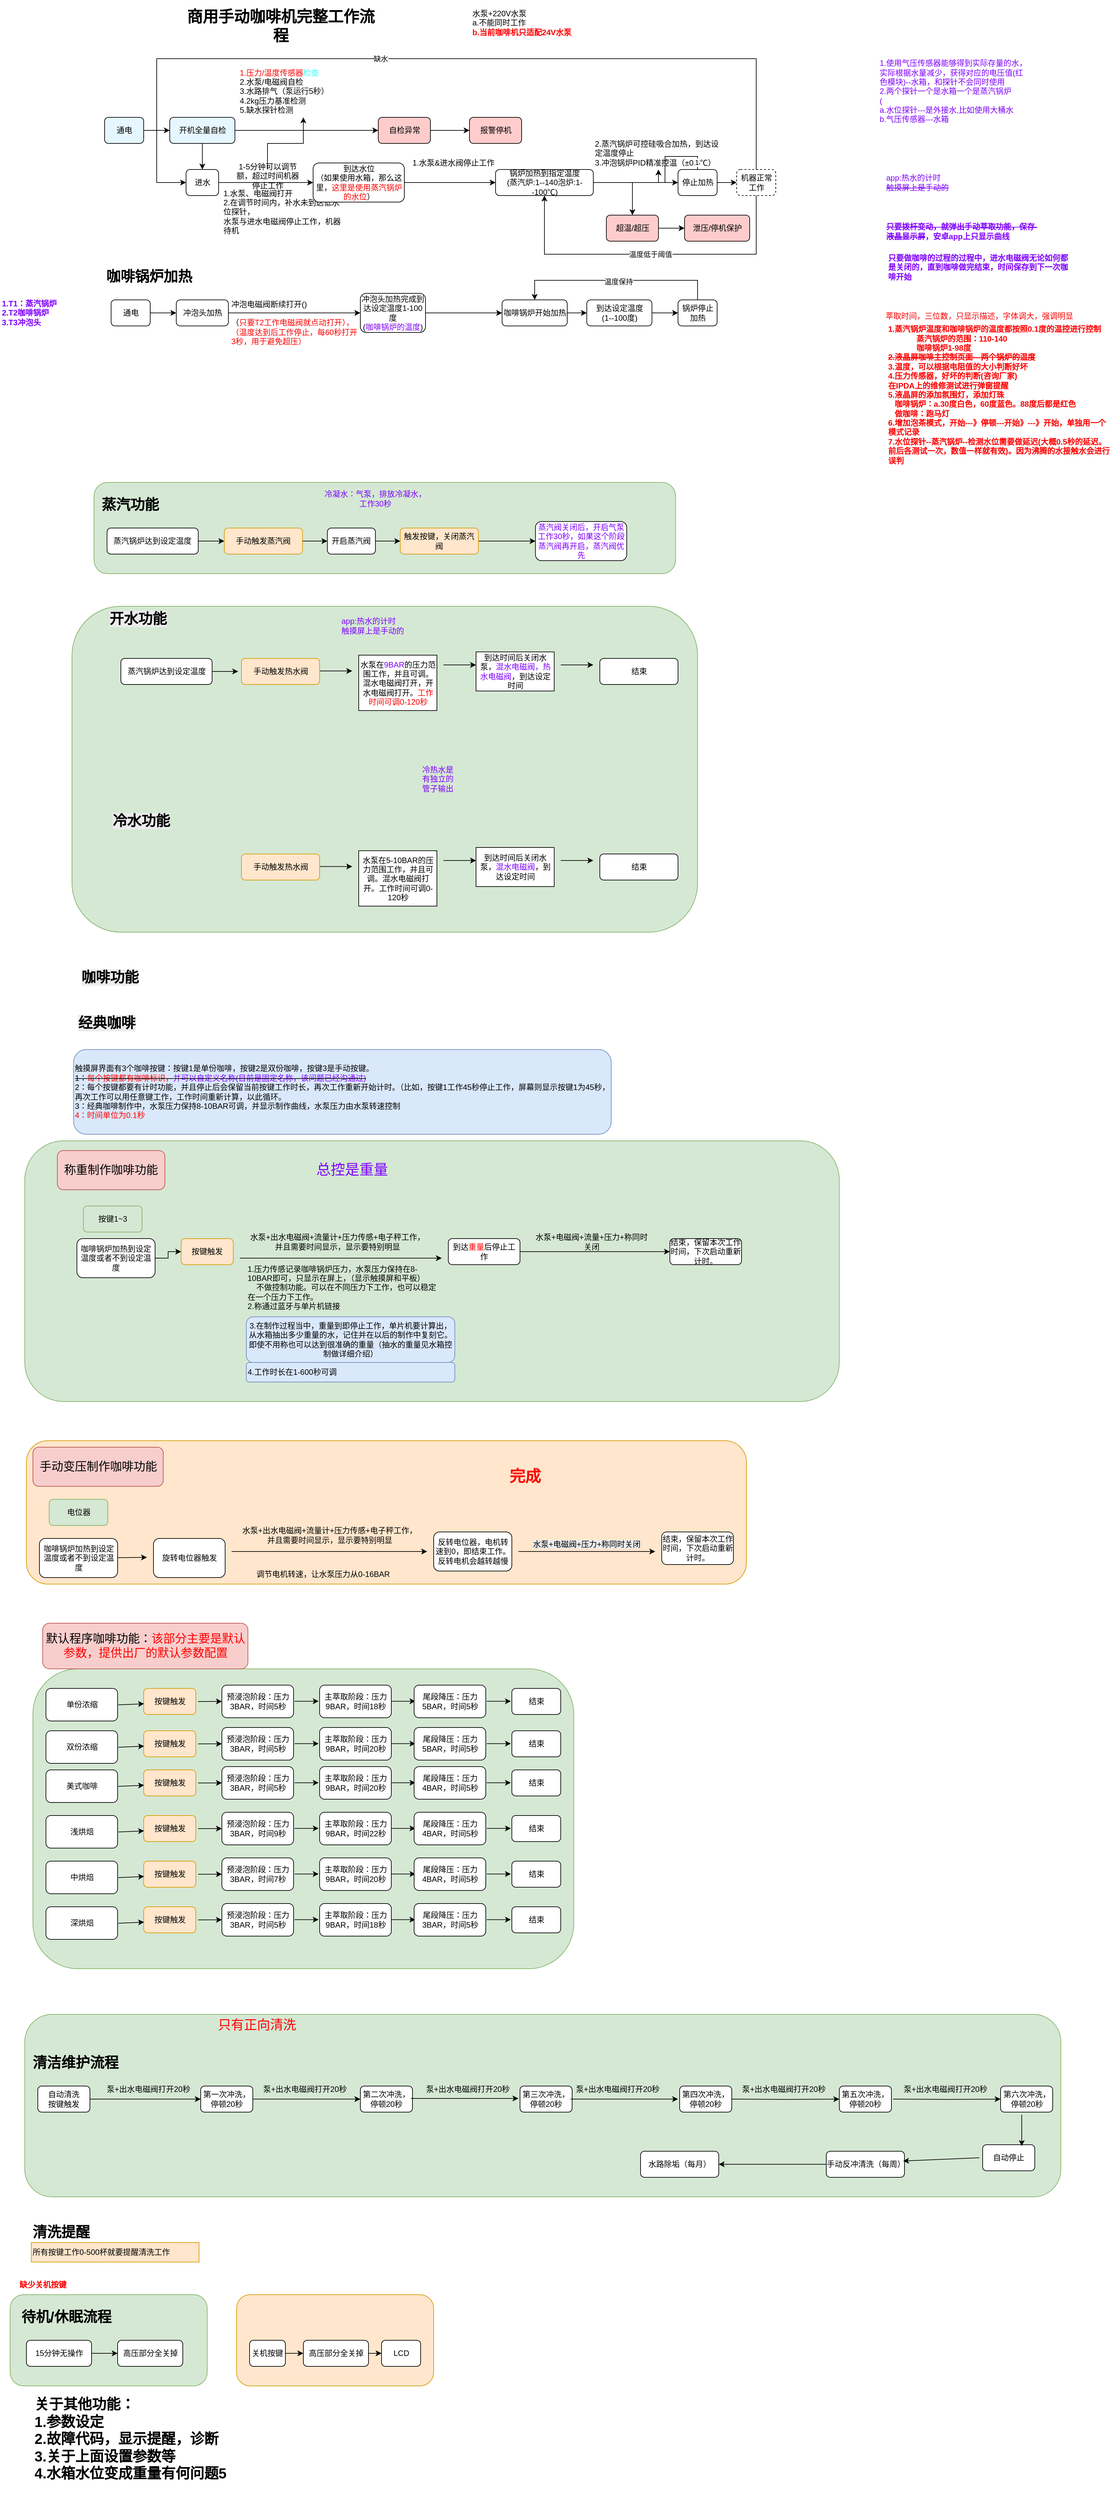
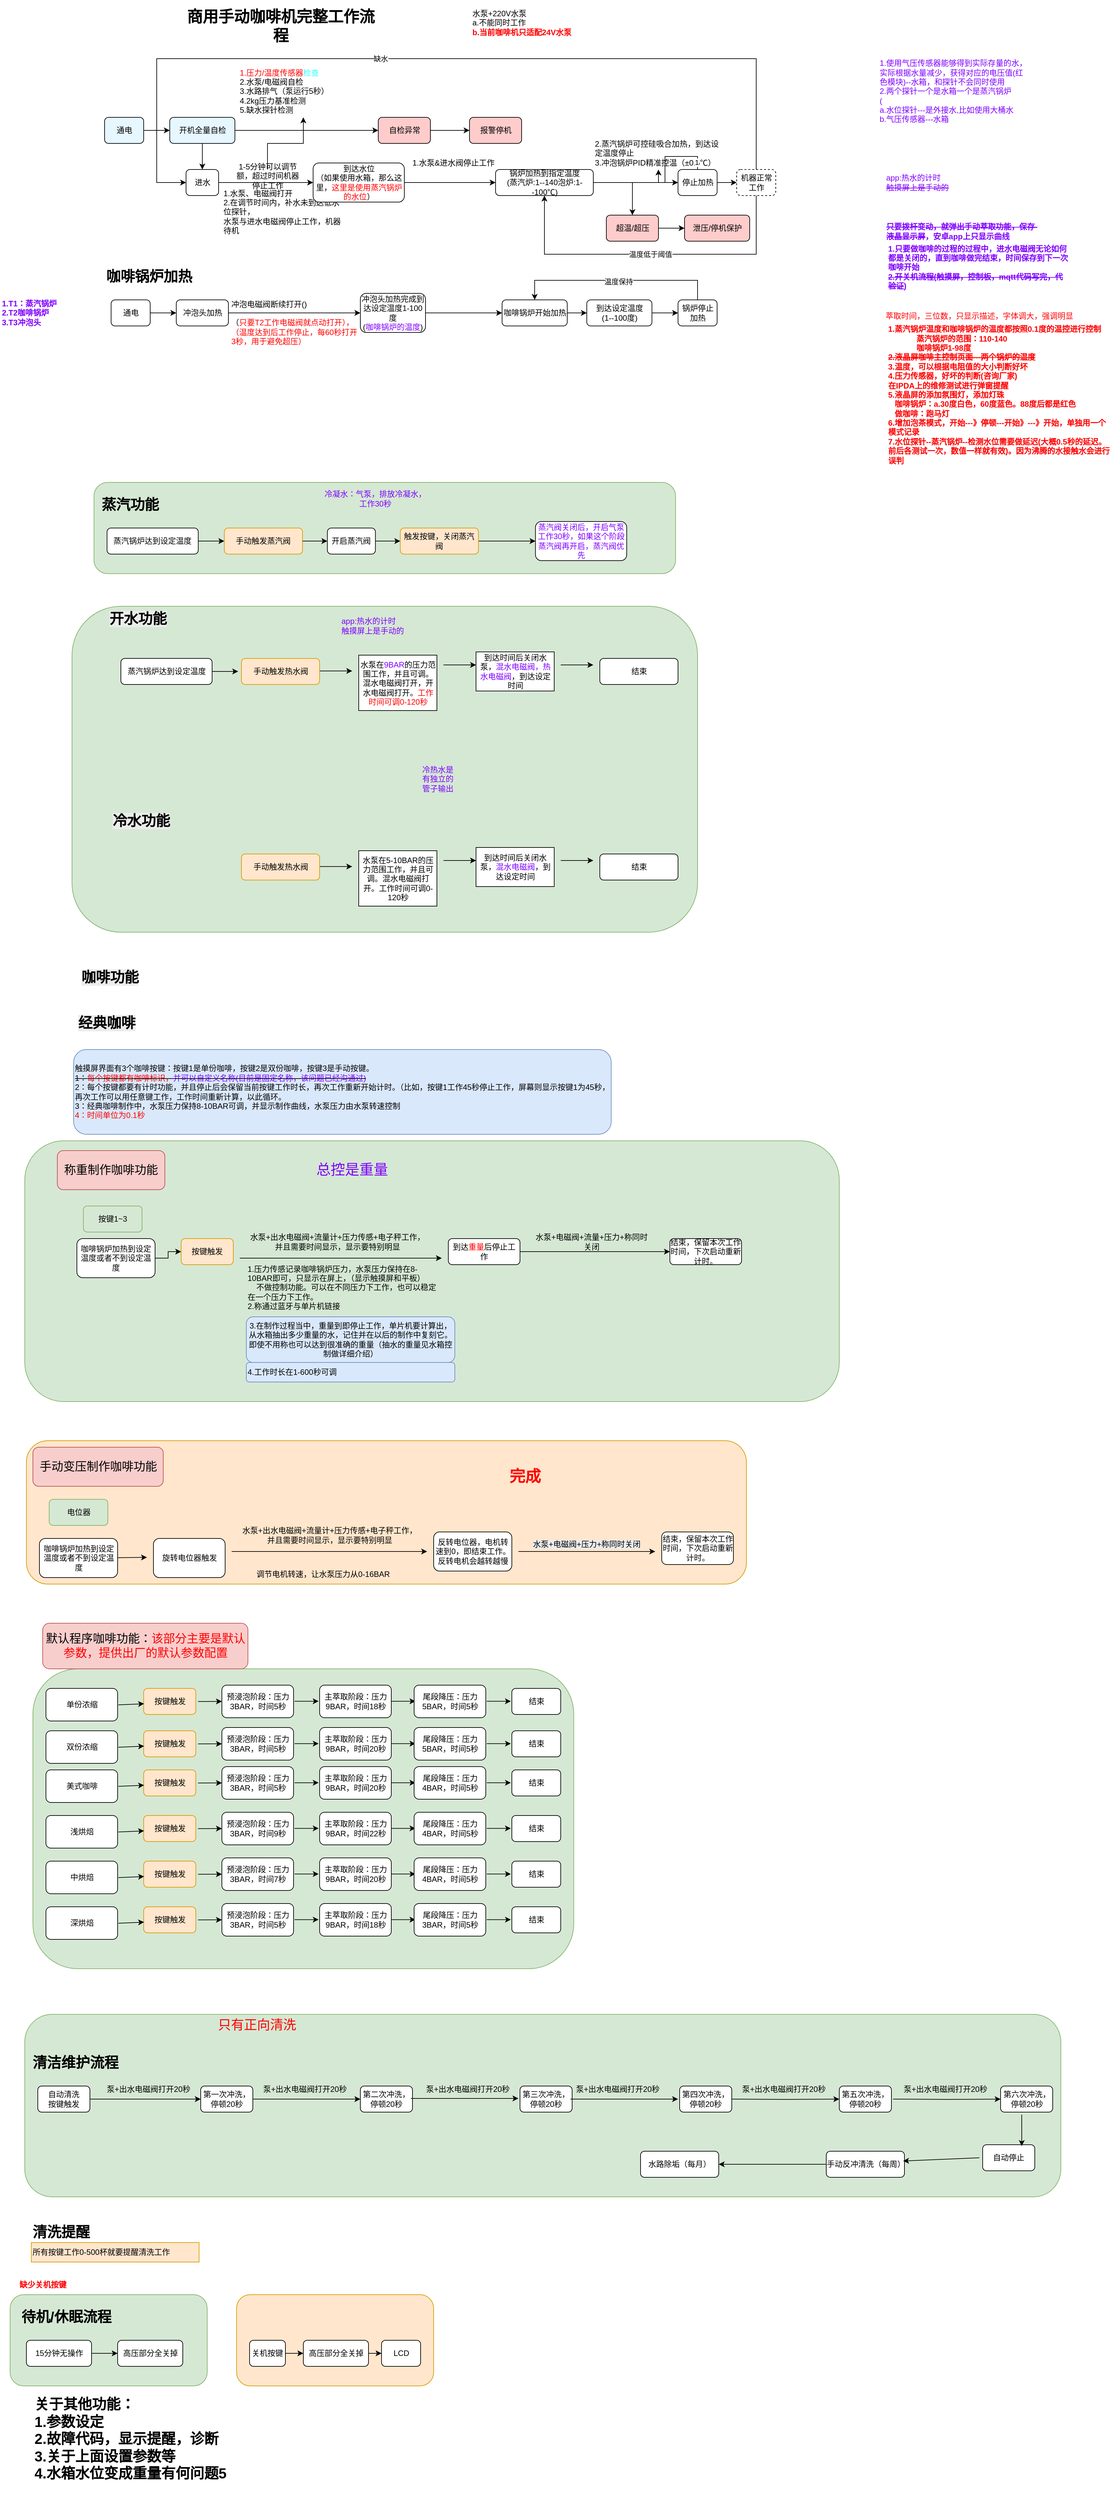
<mxfile host="app.diagrams.net" agent="Mozilla/5.0 (X11; Linux x86_64) AppleWebKit/537.36 (KHTML, like Gecko) Chrome/140.0.0.0 Safari/537.36" version="29.6.4">
  <diagram name="第 1 页" id="PMNbjTTgIml5Qdtd_ilu">
-     <mxGraphModel dx="4792" dy="3439" grid="1" gridSize="10" guides="1" tooltips="1" connect="1" arrows="1" fold="1" page="1" pageScale="1" pageWidth="4000" pageHeight="3000" math="0" shadow="0">
+     <mxGraphModel dx="4864" dy="3479" grid="1" gridSize="10" guides="1" tooltips="1" connect="1" arrows="1" fold="1" page="1" pageScale="1" pageWidth="4000" pageHeight="3000" math="0" shadow="0">
      <root>
        <mxCell id="0" />
        <mxCell id="1" parent="0" />
        <mxCell id="I0rIjMPQqkQqQYyNlasD-1" parent="1" style="rounded=1;whiteSpace=wrap;html=1;fillColor=#d5e8d4;strokeColor=#82b366;" value="" vertex="1">
          <mxGeometry height="140" width="302.5" x="-3762.5" y="1520" as="geometry" />
        </mxCell>
        <mxCell id="IilmvoyfG79s7OAyW8Hz-3" parent="1" style="rounded=1;whiteSpace=wrap;html=1;fillColor=#d5e8d4;strokeColor=#82b366;" value="" vertex="1">
          <mxGeometry height="400" width="1250" x="-3740" y="-250" as="geometry" />
        </mxCell>
        <mxCell id="IilmvoyfG79s7OAyW8Hz-1" parent="1" style="rounded=1;whiteSpace=wrap;html=1;fillColor=#ffe6cc;strokeColor=#d79b00;" value="" vertex="1">
          <mxGeometry height="220" width="1105" x="-3737.5" y="210" as="geometry" />
        </mxCell>
        <mxCell id="OjalCZGyZe0Cus6Rz-vr-6" parent="1" style="rounded=1;whiteSpace=wrap;html=1;fillColor=#d5e8d4;strokeColor=#82b366;" value="" vertex="1">
          <mxGeometry height="460" width="830" x="-3727.5" y="560" as="geometry" />
        </mxCell>
        <mxCell id="OjalCZGyZe0Cus6Rz-vr-4" parent="1" style="rounded=1;whiteSpace=wrap;html=1;fillColor=#d5e8d4;strokeColor=#82b366;" value="" vertex="1">
          <mxGeometry height="140" width="892.5" x="-3633.75" y="-1260" as="geometry" />
        </mxCell>
        <mxCell id="OjalCZGyZe0Cus6Rz-vr-2" parent="1" style="rounded=1;whiteSpace=wrap;html=1;fillColor=#d5e8d4;strokeColor=#82b366;" value="" vertex="1">
          <mxGeometry height="500" width="960" x="-3667.5" y="-1070" as="geometry" />
        </mxCell>
        <mxCell id="OjalCZGyZe0Cus6Rz-vr-1" parent="1" style="rounded=1;whiteSpace=wrap;html=1;fillColor=#d5e8d4;strokeColor=#82b366;" value="" vertex="1">
          <mxGeometry height="280" width="1590" x="-3740" y="1090" as="geometry" />
        </mxCell>
        <mxCell id="_P9jYmqXWWuWMUU2pL9c-90" parent="1" style="text;html=1;whiteSpace=wrap;strokeColor=none;fillColor=none;align=center;verticalAlign=middle;rounded=0;fontSize=24;fontStyle=1" value="商用手动咖啡机完整工作流程" vertex="1">
          <mxGeometry height="40" width="300" x="-3497.5" y="-1980" as="geometry" />
        </mxCell>
        <mxCell id="_P9jYmqXWWuWMUU2pL9c-91" parent="1" style="rounded=1;whiteSpace=wrap;html=1;fillColor=#e6f7ff;" value="通电" vertex="1">
          <mxGeometry height="40" width="60" x="-3617.5" y="-1820" as="geometry" />
        </mxCell>
        <mxCell id="_P9jYmqXWWuWMUU2pL9c-92" edge="1" parent="1" source="_P9jYmqXWWuWMUU2pL9c-91" style="edgeStyle=orthogonalEdgeStyle;rounded=0;orthogonalLoop=1;jettySize=auto;html=1;" target="_P9jYmqXWWuWMUU2pL9c-93" value="">
          <mxGeometry relative="1" as="geometry" />
        </mxCell>
        <mxCell id="_P9jYmqXWWuWMUU2pL9c-93" parent="1" style="rounded=1;whiteSpace=wrap;html=1;fillColor=#e6f7ff;" value="开机全量自检" vertex="1">
          <mxGeometry height="40" width="100" x="-3517.5" y="-1820" as="geometry" />
        </mxCell>
        <mxCell id="_P9jYmqXWWuWMUU2pL9c-94" parent="1" style="text;html=1;whiteSpace=wrap;strokeColor=none;fillColor=none;align=left;verticalAlign=middle;rounded=0;" value="&lt;font style=&quot;color: rgb(255, 0, 0);&quot;&gt;1.压力/温度传感器&lt;/font&gt;&lt;font style=&quot;color: rgb(51, 255, 255);&quot;&gt;检查&lt;/font&gt;&lt;br&gt;2.水泵/电磁阀自检&lt;br&gt;3.水路排气（泵运行5秒）&lt;br&gt;4.2kg压力基准检测&lt;br&gt;5.缺水探针检测" vertex="1">
          <mxGeometry height="80" width="200" x="-3412.5" y="-1900" as="geometry" />
        </mxCell>
        <mxCell id="_P9jYmqXWWuWMUU2pL9c-95" edge="1" parent="1" source="_P9jYmqXWWuWMUU2pL9c-93" style="edgeStyle=orthogonalEdgeStyle;rounded=0;orthogonalLoop=1;jettySize=auto;html=1;" target="_P9jYmqXWWuWMUU2pL9c-96" value="">
          <mxGeometry relative="1" as="geometry" />
        </mxCell>
        <mxCell id="_P9jYmqXWWuWMUU2pL9c-96" parent="1" style="rounded=1;whiteSpace=wrap;html=1;fillColor=#ffcccc;" value="自检异常" vertex="1">
          <mxGeometry height="40" width="80" x="-3197.5" y="-1820" as="geometry" />
        </mxCell>
        <mxCell id="_P9jYmqXWWuWMUU2pL9c-97" edge="1" parent="1" source="_P9jYmqXWWuWMUU2pL9c-96" style="edgeStyle=orthogonalEdgeStyle;rounded=0;orthogonalLoop=1;jettySize=auto;html=1;" target="_P9jYmqXWWuWMUU2pL9c-98" value="">
          <mxGeometry relative="1" as="geometry" />
        </mxCell>
        <mxCell id="_P9jYmqXWWuWMUU2pL9c-98" parent="1" style="rounded=1;whiteSpace=wrap;html=1;fillColor=#ffcccc;" value="报警停机" vertex="1">
          <mxGeometry height="40" width="80" x="-3057.5" y="-1820" as="geometry" />
        </mxCell>
        <mxCell id="_P9jYmqXWWuWMUU2pL9c-99" edge="1" parent="1" source="_P9jYmqXWWuWMUU2pL9c-93" style="edgeStyle=orthogonalEdgeStyle;rounded=0;orthogonalLoop=1;jettySize=auto;html=1;" target="_P9jYmqXWWuWMUU2pL9c-2" value="">
          <mxGeometry relative="1" as="geometry" />
        </mxCell>
        <mxCell id="_P9jYmqXWWuWMUU2pL9c-2" parent="1" style="rounded=1;whiteSpace=wrap;html=1;" value="进水" vertex="1">
          <mxGeometry height="40" width="50" x="-3492.5" y="-1740" as="geometry" />
        </mxCell>
        <mxCell id="ROr1tPp7Zhurker6Y36_-3" edge="1" parent="1" source="_P9jYmqXWWuWMUU2pL9c-6" style="edgeStyle=orthogonalEdgeStyle;rounded=0;orthogonalLoop=1;jettySize=auto;html=1;" target="_P9jYmqXWWuWMUU2pL9c-94" value="">
          <mxGeometry relative="1" as="geometry" />
        </mxCell>
        <mxCell id="_P9jYmqXWWuWMUU2pL9c-6" parent="1" style="text;html=1;whiteSpace=wrap;strokeColor=none;fillColor=none;align=center;verticalAlign=middle;rounded=0;" value="1-5分钟可以调节额，超过时间机器停止工作" vertex="1">
          <mxGeometry height="20" width="100" x="-3417.5" y="-1740" as="geometry" />
        </mxCell>
        <mxCell id="_P9jYmqXWWuWMUU2pL9c-7" parent="1" style="text;html=1;whiteSpace=wrap;strokeColor=none;fillColor=none;align=left;verticalAlign=middle;rounded=0;" value="1.水泵、电磁阀打开&lt;br&gt;&lt;div&gt;2.在调节时间内，补水未到达低水位探针，&lt;/div&gt;&lt;div&gt;水泵与进水电磁阀停止工作，机器待机&lt;/div&gt;" vertex="1">
          <mxGeometry height="50" width="190" x="-3437.5" y="-1700" as="geometry" />
        </mxCell>
        <mxCell id="_P9jYmqXWWuWMUU2pL9c-5" edge="1" parent="1" source="_P9jYmqXWWuWMUU2pL9c-2" style="edgeStyle=orthogonalEdgeStyle;rounded=0;orthogonalLoop=1;jettySize=auto;html=1;" target="_P9jYmqXWWuWMUU2pL9c-4" value="">
          <mxGeometry relative="1" as="geometry" />
        </mxCell>
        <mxCell id="_P9jYmqXWWuWMUU2pL9c-4" parent="1" style="rounded=1;whiteSpace=wrap;html=1;" value="到达水位&lt;br&gt;（如果使用水箱，那么这里，&lt;font style=&quot;color: rgb(255, 0, 0);&quot;&gt;这里是使用蒸汽锅炉的水位&lt;/font&gt;）" vertex="1">
          <mxGeometry height="60" width="140" x="-3297.5" y="-1750" as="geometry" />
        </mxCell>
        <mxCell id="_P9jYmqXWWuWMUU2pL9c-10" parent="1" style="text;html=1;whiteSpace=wrap;strokeColor=none;fillColor=none;align=center;verticalAlign=middle;rounded=0;" value="1.水泵&amp;amp;进水阀停止工作" vertex="1">
          <mxGeometry height="20" width="130" x="-3147.5" y="-1760" as="geometry" />
        </mxCell>
        <mxCell id="_P9jYmqXWWuWMUU2pL9c-9" edge="1" parent="1" source="_P9jYmqXWWuWMUU2pL9c-4" style="edgeStyle=orthogonalEdgeStyle;rounded=0;orthogonalLoop=1;jettySize=auto;html=1;" target="_P9jYmqXWWuWMUU2pL9c-8" value="">
          <mxGeometry relative="1" as="geometry" />
        </mxCell>
        <mxCell id="_P9jYmqXWWuWMUU2pL9c-8" parent="1" style="rounded=1;whiteSpace=wrap;html=1;" value="锅炉加热到指定温度&lt;br&gt;(蒸汽炉:1--140泡炉:1--100℃)" vertex="1">
          <mxGeometry height="40" width="150" x="-3017.5" y="-1740" as="geometry" />
        </mxCell>
        <mxCell id="_P9jYmqXWWuWMUU2pL9c-11" parent="1" style="text;html=1;whiteSpace=wrap;strokeColor=none;fillColor=none;align=left;verticalAlign=middle;rounded=0;" value="2.蒸汽锅炉可控硅吸合加热，到达设定温度停止&lt;br&gt;3.冲泡锅炉PID精准控温（±0.5℃）" vertex="1">
          <mxGeometry height="50" width="200" x="-2867.5" y="-1790" as="geometry" />
        </mxCell>
        <mxCell id="_P9jYmqXWWuWMUU2pL9c-13" edge="1" parent="1" source="_P9jYmqXWWuWMUU2pL9c-8" style="edgeStyle=orthogonalEdgeStyle;rounded=0;orthogonalLoop=1;jettySize=auto;html=1;" target="_P9jYmqXWWuWMUU2pL9c-12" value="">
          <mxGeometry relative="1" as="geometry" />
        </mxCell>
        <mxCell id="ROr1tPp7Zhurker6Y36_-1" edge="1" parent="1" source="_P9jYmqXWWuWMUU2pL9c-12" style="edgeStyle=orthogonalEdgeStyle;rounded=0;orthogonalLoop=1;jettySize=auto;html=1;" target="_P9jYmqXWWuWMUU2pL9c-11" value="">
          <mxGeometry relative="1" as="geometry" />
        </mxCell>
        <mxCell id="ROr1tPp7Zhurker6Y36_-2" connectable="0" parent="ROr1tPp7Zhurker6Y36_-1" style="edgeLabel;html=1;align=center;verticalAlign=middle;resizable=0;points=[];" value="1" vertex="1">
          <mxGeometry relative="1" x="-0.8429" y="2" as="geometry">
            <mxPoint as="offset" />
          </mxGeometry>
        </mxCell>
        <mxCell id="_P9jYmqXWWuWMUU2pL9c-12" parent="1" style="rounded=1;whiteSpace=wrap;html=1;" value="停止加热" vertex="1">
          <mxGeometry height="40" width="60" x="-2737.5" y="-1740" as="geometry" />
        </mxCell>
        <mxCell id="_P9jYmqXWWuWMUU2pL9c-17" edge="1" parent="1" source="_P9jYmqXWWuWMUU2pL9c-12" style="edgeStyle=orthogonalEdgeStyle;rounded=0;orthogonalLoop=1;jettySize=auto;html=1;" target="_P9jYmqXWWuWMUU2pL9c-16" value="">
          <mxGeometry relative="1" as="geometry" />
        </mxCell>
        <mxCell id="_P9jYmqXWWuWMUU2pL9c-15" edge="1" parent="1" source="_P9jYmqXWWuWMUU2pL9c-16" style="edgeStyle=orthogonalEdgeStyle;rounded=0;orthogonalLoop=1;jettySize=auto;html=1;exitX=0.5;exitY=0;exitDx=0;exitDy=0;entryX=0;entryY=0.5;entryDx=0;entryDy=0;" target="_P9jYmqXWWuWMUU2pL9c-2">
          <mxGeometry relative="1" as="geometry">
            <Array as="points">
              <mxPoint x="-2617.5" y="-1910" />
              <mxPoint x="-3537.5" y="-1910" />
              <mxPoint x="-3537.5" y="-1720" />
            </Array>
          </mxGeometry>
        </mxCell>
        <mxCell id="_P9jYmqXWWuWMUU2pL9c-19" connectable="0" parent="_P9jYmqXWWuWMUU2pL9c-15" style="edgeLabel;html=1;align=center;verticalAlign=middle;resizable=0;points=[];" value="缺水" vertex="1">
          <mxGeometry relative="1" x="0.133" y="3" as="geometry">
            <mxPoint x="4" y="-3" as="offset" />
          </mxGeometry>
        </mxCell>
        <mxCell id="_P9jYmqXWWuWMUU2pL9c-16" parent="1" style="rounded=1;whiteSpace=wrap;html=1;dashed=1;" value="机器正常工作" vertex="1">
          <mxGeometry height="40" width="60" x="-2647.5" y="-1740" as="geometry" />
        </mxCell>
        <mxCell id="_P9jYmqXWWuWMUU2pL9c-20" edge="1" parent="1" source="_P9jYmqXWWuWMUU2pL9c-16" style="edgeStyle=orthogonalEdgeStyle;rounded=0;orthogonalLoop=1;jettySize=auto;html=1;exitX=0.5;exitY=1;exitDx=0;exitDy=0;entryX=0.5;entryY=1;entryDx=0;entryDy=0;" target="_P9jYmqXWWuWMUU2pL9c-8">
          <mxGeometry relative="1" as="geometry">
            <Array as="points">
              <mxPoint x="-2617.5" y="-1610" />
              <mxPoint x="-2942.5" y="-1610" />
            </Array>
          </mxGeometry>
        </mxCell>
        <mxCell id="_P9jYmqXWWuWMUU2pL9c-21" connectable="0" parent="_P9jYmqXWWuWMUU2pL9c-20" style="edgeLabel;html=1;align=center;verticalAlign=middle;resizable=0;points=[];" value="温度低于阈值" vertex="1">
          <mxGeometry relative="1" x="0.0776" y="2" as="geometry">
            <mxPoint x="19" y="-2" as="offset" />
          </mxGeometry>
        </mxCell>
        <mxCell id="_P9jYmqXWWuWMUU2pL9c-100" edge="1" parent="1" source="_P9jYmqXWWuWMUU2pL9c-8" style="edgeStyle=orthogonalEdgeStyle;rounded=0;orthogonalLoop=1;jettySize=auto;html=1;" target="_P9jYmqXWWuWMUU2pL9c-101" value="">
          <mxGeometry relative="1" as="geometry" />
        </mxCell>
        <mxCell id="_P9jYmqXWWuWMUU2pL9c-101" parent="1" style="rounded=1;whiteSpace=wrap;html=1;fillColor=#ffcccc;" value="超温/超压" vertex="1">
          <mxGeometry height="40" width="80" x="-2847.5" y="-1670" as="geometry" />
        </mxCell>
        <mxCell id="_P9jYmqXWWuWMUU2pL9c-102" edge="1" parent="1" source="_P9jYmqXWWuWMUU2pL9c-101" style="edgeStyle=orthogonalEdgeStyle;rounded=0;orthogonalLoop=1;jettySize=auto;html=1;" target="_P9jYmqXWWuWMUU2pL9c-103" value="">
          <mxGeometry relative="1" as="geometry" />
        </mxCell>
        <mxCell id="_P9jYmqXWWuWMUU2pL9c-103" parent="1" style="rounded=1;whiteSpace=wrap;html=1;fillColor=#ffcccc;" value="泄压/停机保护" vertex="1">
          <mxGeometry height="40" width="100" x="-2727.5" y="-1670" as="geometry" />
        </mxCell>
        <mxCell id="_P9jYmqXWWuWMUU2pL9c-23" parent="1" style="text;html=1;whiteSpace=wrap;strokeColor=none;fillColor=none;align=left;verticalAlign=middle;rounded=0;fontSize=22;fontStyle=1" value="咖啡锅炉加热" vertex="1">
          <mxGeometry height="30" width="160" x="-3617.5" y="-1590" as="geometry" />
        </mxCell>
        <mxCell id="_P9jYmqXWWuWMUU2pL9c-24" parent="1" style="rounded=1;whiteSpace=wrap;html=1;" value="通电" vertex="1">
          <mxGeometry height="40" width="60" x="-3607.5" y="-1540" as="geometry" />
        </mxCell>
        <mxCell id="_P9jYmqXWWuWMUU2pL9c-26" edge="1" parent="1" source="_P9jYmqXWWuWMUU2pL9c-24" style="edgeStyle=orthogonalEdgeStyle;rounded=0;orthogonalLoop=1;jettySize=auto;html=1;" target="_P9jYmqXWWuWMUU2pL9c-25" value="">
          <mxGeometry relative="1" as="geometry" />
        </mxCell>
        <mxCell id="_P9jYmqXWWuWMUU2pL9c-25" parent="1" style="rounded=1;whiteSpace=wrap;html=1;" value="冲泡头加热" vertex="1">
          <mxGeometry height="40" width="80" x="-3507.5" y="-1540" as="geometry" />
        </mxCell>
        <mxCell id="_P9jYmqXWWuWMUU2pL9c-29" parent="1" style="text;html=1;whiteSpace=wrap;strokeColor=none;fillColor=none;align=left;verticalAlign=middle;rounded=0;" value="冲泡电磁阀断续打开()&lt;br&gt;&lt;br&gt;（&lt;font style=&quot;color: rgb(255, 0, 0);&quot;&gt;只要T2工作电磁阀就点动打开），&lt;br&gt;（温度达到后工作停止，每60秒打开3秒，用于避免超压）&lt;/font&gt;" vertex="1">
          <mxGeometry height="70" width="200" x="-3425" y="-1540" as="geometry" />
        </mxCell>
        <mxCell id="_P9jYmqXWWuWMUU2pL9c-28" edge="1" parent="1" source="_P9jYmqXWWuWMUU2pL9c-25" style="edgeStyle=orthogonalEdgeStyle;rounded=0;orthogonalLoop=1;jettySize=auto;html=1;" target="_P9jYmqXWWuWMUU2pL9c-27" value="">
          <mxGeometry relative="1" as="geometry" />
        </mxCell>
        <mxCell id="_P9jYmqXWWuWMUU2pL9c-27" parent="1" style="rounded=1;whiteSpace=wrap;html=1;" value="冲泡头加热完成到达设定温度1-100度&lt;div&gt;(&lt;font style=&quot;color: rgb(127, 0, 255);&quot;&gt;咖啡锅炉的温度&lt;/font&gt;)&lt;/div&gt;" vertex="1">
          <mxGeometry height="60" width="100" x="-3225" y="-1550" as="geometry" />
        </mxCell>
        <mxCell id="_P9jYmqXWWuWMUU2pL9c-31" edge="1" parent="1" source="_P9jYmqXWWuWMUU2pL9c-27" style="edgeStyle=orthogonalEdgeStyle;rounded=0;orthogonalLoop=1;jettySize=auto;html=1;" target="_P9jYmqXWWuWMUU2pL9c-30" value="">
          <mxGeometry relative="1" as="geometry" />
        </mxCell>
        <mxCell id="_P9jYmqXWWuWMUU2pL9c-30" parent="1" style="rounded=1;whiteSpace=wrap;html=1;" value="咖啡锅炉开始加热" vertex="1">
          <mxGeometry height="40" width="100" x="-3007.5" y="-1540" as="geometry" />
        </mxCell>
        <mxCell id="_P9jYmqXWWuWMUU2pL9c-34" edge="1" parent="1" source="_P9jYmqXWWuWMUU2pL9c-30" style="edgeStyle=orthogonalEdgeStyle;rounded=0;orthogonalLoop=1;jettySize=auto;html=1;" target="_P9jYmqXWWuWMUU2pL9c-33" value="">
          <mxGeometry relative="1" as="geometry" />
        </mxCell>
        <mxCell id="_P9jYmqXWWuWMUU2pL9c-33" parent="1" style="rounded=1;whiteSpace=wrap;html=1;" value="到达设定温度&lt;br&gt;(1--100度)" vertex="1">
          <mxGeometry height="40" width="100" x="-2877.5" y="-1540" as="geometry" />
        </mxCell>
        <mxCell id="_P9jYmqXWWuWMUU2pL9c-36" edge="1" parent="1" source="_P9jYmqXWWuWMUU2pL9c-33" style="edgeStyle=orthogonalEdgeStyle;rounded=0;orthogonalLoop=1;jettySize=auto;html=1;" target="_P9jYmqXWWuWMUU2pL9c-35" value="">
          <mxGeometry relative="1" as="geometry" />
        </mxCell>
        <mxCell id="_P9jYmqXWWuWMUU2pL9c-35" parent="1" style="rounded=1;whiteSpace=wrap;html=1;" value="锅炉停止加热" vertex="1">
          <mxGeometry height="40" width="60" x="-2737.5" y="-1540" as="geometry" />
        </mxCell>
        <mxCell id="_P9jYmqXWWuWMUU2pL9c-37" edge="1" parent="1" source="_P9jYmqXWWuWMUU2pL9c-35" style="edgeStyle=orthogonalEdgeStyle;rounded=0;orthogonalLoop=1;jettySize=auto;html=1;exitX=0.5;exitY=0;exitDx=0;exitDy=0;entryX=0.5;entryY=0;entryDx=0;entryDy=0;" target="_P9jYmqXWWuWMUU2pL9c-30">
          <mxGeometry relative="1" as="geometry">
            <Array as="points">
              <mxPoint x="-2707.5" y="-1570" />
              <mxPoint x="-2957.5" y="-1570" />
            </Array>
          </mxGeometry>
        </mxCell>
        <mxCell id="_P9jYmqXWWuWMUU2pL9c-38" connectable="0" parent="_P9jYmqXWWuWMUU2pL9c-37" style="edgeLabel;html=1;align=center;verticalAlign=middle;resizable=0;points=[];" value="温度保持" vertex="1">
          <mxGeometry relative="1" x="-0.0238" y="2" as="geometry">
            <mxPoint as="offset" />
          </mxGeometry>
        </mxCell>
        <mxCell id="_P9jYmqXWWuWMUU2pL9c-110" parent="1" style="text;html=1;whiteSpace=wrap;strokeColor=none;fillColor=none;align=left;verticalAlign=middle;rounded=0;fontSize=22;fontStyle=1" value="蒸汽功能" vertex="1">
          <mxGeometry height="30" width="160" x="-3623.75" y="-1240" as="geometry" />
        </mxCell>
        <mxCell id="_P9jYmqXWWuWMUU2pL9c-111" parent="1" style="rounded=1;whiteSpace=wrap;html=1;" value="蒸汽锅炉达到设定温度" vertex="1">
          <mxGeometry height="40" width="140" x="-3613.75" y="-1190" as="geometry" />
        </mxCell>
        <mxCell id="_P9jYmqXWWuWMUU2pL9c-112" edge="1" parent="1" source="_P9jYmqXWWuWMUU2pL9c-111" style="edgeStyle=orthogonalEdgeStyle;rounded=0;orthogonalLoop=1;jettySize=auto;html=1;" target="_P9jYmqXWWuWMUU2pL9c-113" value="">
          <mxGeometry relative="1" as="geometry" />
        </mxCell>
        <mxCell id="_P9jYmqXWWuWMUU2pL9c-113" parent="1" style="rounded=1;whiteSpace=wrap;html=1;fillColor=#ffe6cc;strokeColor=#d79b00;" value="手动触发蒸汽阀" vertex="1">
          <mxGeometry height="40" width="120" x="-3433.75" y="-1190" as="geometry" />
        </mxCell>
        <mxCell id="_P9jYmqXWWuWMUU2pL9c-114" edge="1" parent="1" source="_P9jYmqXWWuWMUU2pL9c-113" style="edgeStyle=orthogonalEdgeStyle;rounded=0;orthogonalLoop=1;jettySize=auto;html=1;entryX=0;entryY=0.5;entryDx=0;entryDy=0;" target="DRQTxW7p1hNPi4zCKs6T-31" value="">
          <mxGeometry relative="1" as="geometry">
            <mxPoint x="-3276.25" y="-1170" as="targetPoint" />
          </mxGeometry>
        </mxCell>
        <mxCell id="DRQTxW7p1hNPi4zCKs6T-33" edge="1" parent="1" source="_P9jYmqXWWuWMUU2pL9c-117" style="edgeStyle=orthogonalEdgeStyle;rounded=0;orthogonalLoop=1;jettySize=auto;html=1;exitX=1;exitY=0.5;exitDx=0;exitDy=0;entryX=0;entryY=0.5;entryDx=0;entryDy=0;" target="DRQTxW7p1hNPi4zCKs6T-30">
          <mxGeometry relative="1" as="geometry" />
        </mxCell>
        <mxCell id="_P9jYmqXWWuWMUU2pL9c-117" parent="1" style="rounded=1;whiteSpace=wrap;html=1;fillColor=#ffe6cc;strokeColor=#d79b00;" value="触发按键，关闭蒸汽阀" vertex="1">
          <mxGeometry height="40" width="120" x="-3163.75" y="-1190" as="geometry" />
        </mxCell>
        <mxCell id="_P9jYmqXWWuWMUU2pL9c-42" parent="1" style="rounded=1;whiteSpace=wrap;html=1;" value="咖啡锅炉加热到设定温度或者不到设定温度" vertex="1">
          <mxGeometry height="60" width="120" x="-3660" y="-100" as="geometry" />
        </mxCell>
        <mxCell id="_P9jYmqXWWuWMUU2pL9c-44" edge="1" parent="1" source="_P9jYmqXWWuWMUU2pL9c-42" style="edgeStyle=orthogonalEdgeStyle;rounded=0;orthogonalLoop=1;jettySize=auto;html=1;entryX=0;entryY=0.5;entryDx=0;entryDy=0;" target="_P9jYmqXWWuWMUU2pL9c-43" value="">
          <mxGeometry relative="1" as="geometry" />
        </mxCell>
        <mxCell id="_P9jYmqXWWuWMUU2pL9c-43" parent="1" style="rounded=1;whiteSpace=wrap;html=1;fillColor=#ffe6cc;strokeColor=#d79b00;" value="按键触发" vertex="1">
          <mxGeometry height="40" width="80" x="-3500" y="-100" as="geometry" />
        </mxCell>
        <mxCell id="_P9jYmqXWWuWMUU2pL9c-47" parent="1" style="text;html=1;whiteSpace=wrap;strokeColor=none;fillColor=none;align=center;verticalAlign=middle;rounded=0;" value="水泵+出水电磁阀+流量计+压力传感+电子秤工作，并且需要时间显示，显示要特别明显" vertex="1">
          <mxGeometry height="30" width="280" x="-3400" y="-110" as="geometry" />
        </mxCell>
        <mxCell id="_P9jYmqXWWuWMUU2pL9c-48" parent="1" style="text;html=1;whiteSpace=wrap;strokeColor=none;fillColor=none;align=left;verticalAlign=middle;rounded=0;" value="&lt;div&gt;1.压力传感记录咖啡锅炉压力，水泵压力保持在8-10BAR即可，只显示在屏上，（显示触摸屏和平板）&lt;br&gt;&amp;nbsp; &amp;nbsp; 不做控制功能。可以在不同压力下工作，也可以稳定在一个压力下工作。&lt;/div&gt;&lt;div&gt;2.称通过蓝牙与单片机链接&lt;/div&gt;" vertex="1">
          <mxGeometry height="90" width="300" x="-3400" y="-70" as="geometry" />
        </mxCell>
        <mxCell id="_P9jYmqXWWuWMUU2pL9c-45" parent="1" style="rounded=1;whiteSpace=wrap;html=1;" value="到达&lt;font style=&quot;color: rgb(255, 0, 0);&quot;&gt;重量&lt;/font&gt;后停止工作" vertex="1">
          <mxGeometry height="40" width="110" x="-3090" y="-100" as="geometry" />
        </mxCell>
        <mxCell id="_P9jYmqXWWuWMUU2pL9c-50" edge="1" parent="1" source="_P9jYmqXWWuWMUU2pL9c-45" style="edgeStyle=orthogonalEdgeStyle;rounded=0;orthogonalLoop=1;jettySize=auto;html=1;" target="_P9jYmqXWWuWMUU2pL9c-49" value="">
          <mxGeometry relative="1" as="geometry" />
        </mxCell>
        <mxCell id="_P9jYmqXWWuWMUU2pL9c-51" parent="1" style="text;html=1;whiteSpace=wrap;strokeColor=none;fillColor=none;align=center;verticalAlign=middle;rounded=0;" value="水泵+电磁阀+流量+压力+称同时关闭" vertex="1">
          <mxGeometry height="30" width="180" x="-2960" y="-110" as="geometry" />
        </mxCell>
        <mxCell id="_P9jYmqXWWuWMUU2pL9c-49" parent="1" style="rounded=1;whiteSpace=wrap;html=1;" value="结束，保留本次工作时间，下次启动重新计时。" vertex="1">
          <mxGeometry height="40" width="110" x="-2750" y="-100" as="geometry" />
        </mxCell>
        <mxCell id="_P9jYmqXWWuWMUU2pL9c-75" parent="1" style="text;html=1;whiteSpace=wrap;strokeColor=none;fillColor=none;align=left;verticalAlign=middle;rounded=0;fontSize=22;fontStyle=1" value="清洁维护流程" vertex="1">
          <mxGeometry height="30" width="160" x="-3730" y="1150" as="geometry" />
        </mxCell>
        <mxCell id="_P9jYmqXWWuWMUU2pL9c-76" parent="1" style="rounded=1;whiteSpace=wrap;html=1;" value="自动清洗&lt;br&gt;按键触发" vertex="1">
          <mxGeometry height="40" width="80" x="-3720" y="1200" as="geometry" />
        </mxCell>
        <mxCell id="_P9jYmqXWWuWMUU2pL9c-78" edge="1" parent="1" source="_P9jYmqXWWuWMUU2pL9c-76" style="edgeStyle=orthogonalEdgeStyle;rounded=0;orthogonalLoop=1;jettySize=auto;html=1;" target="_P9jYmqXWWuWMUU2pL9c-77" value="">
          <mxGeometry relative="1" as="geometry" />
        </mxCell>
        <mxCell id="_P9jYmqXWWuWMUU2pL9c-79" parent="1" style="text;html=1;whiteSpace=wrap;strokeColor=none;fillColor=none;align=center;verticalAlign=middle;rounded=0;" value="泵+出水电磁阀打开20秒" vertex="1">
          <mxGeometry height="30" width="140" x="-3620" y="1190" as="geometry" />
        </mxCell>
        <mxCell id="_P9jYmqXWWuWMUU2pL9c-77" parent="1" style="rounded=1;whiteSpace=wrap;html=1;" value="第一次冲洗，停顿20秒" vertex="1">
          <mxGeometry height="40" width="80" x="-3470" y="1200" as="geometry" />
        </mxCell>
        <mxCell id="_P9jYmqXWWuWMUU2pL9c-81" edge="1" parent="1" source="_P9jYmqXWWuWMUU2pL9c-77" style="edgeStyle=orthogonalEdgeStyle;rounded=0;orthogonalLoop=1;jettySize=auto;html=1;" target="_P9jYmqXWWuWMUU2pL9c-80" value="">
          <mxGeometry relative="1" as="geometry" />
        </mxCell>
        <mxCell id="_P9jYmqXWWuWMUU2pL9c-82" parent="1" style="text;html=1;whiteSpace=wrap;strokeColor=none;fillColor=none;align=center;verticalAlign=middle;rounded=0;" value="泵+出水电磁阀打开20秒" vertex="1">
          <mxGeometry height="30" width="140" x="-3380" y="1190" as="geometry" />
        </mxCell>
        <mxCell id="_P9jYmqXWWuWMUU2pL9c-80" parent="1" style="rounded=1;whiteSpace=wrap;html=1;" value="第二次冲洗，停顿20秒" vertex="1">
          <mxGeometry height="40" width="80" x="-3225" y="1200" as="geometry" />
        </mxCell>
        <mxCell id="_P9jYmqXWWuWMUU2pL9c-85" parent="1" style="rounded=1;whiteSpace=wrap;html=1;" value="自动停止" vertex="1">
          <mxGeometry height="40" width="80" x="-2270" y="1290" as="geometry" />
        </mxCell>
        <mxCell id="_P9jYmqXWWuWMUU2pL9c-140" edge="1" parent="1" source="lgWbKkXzePmSplhIxeYr-49" style="edgeStyle=orthogonalEdgeStyle;rounded=0;orthogonalLoop=1;jettySize=auto;html=1;exitX=0.406;exitY=1.1;exitDx=0;exitDy=0;exitPerimeter=0;entryX=0.75;entryY=0.05;entryDx=0;entryDy=0;entryPerimeter=0;" target="_P9jYmqXWWuWMUU2pL9c-85" value="">
          <mxGeometry relative="1" as="geometry">
            <mxPoint x="-2215" y="1270" as="sourcePoint" />
          </mxGeometry>
        </mxCell>
        <mxCell id="_P9jYmqXWWuWMUU2pL9c-141" parent="1" style="rounded=1;whiteSpace=wrap;html=1;" value="手动反冲清洗（每周）" vertex="1">
          <mxGeometry height="40" width="120" x="-2510" y="1300" as="geometry" />
        </mxCell>
        <mxCell id="_P9jYmqXWWuWMUU2pL9c-142" edge="1" parent="1" source="_P9jYmqXWWuWMUU2pL9c-141" style="edgeStyle=orthogonalEdgeStyle;rounded=0;orthogonalLoop=1;jettySize=auto;html=1;" target="_P9jYmqXWWuWMUU2pL9c-143" value="">
          <mxGeometry relative="1" as="geometry" />
        </mxCell>
        <mxCell id="_P9jYmqXWWuWMUU2pL9c-143" parent="1" style="rounded=1;whiteSpace=wrap;html=1;" value="水路除垢（每月）" vertex="1">
          <mxGeometry height="40" width="120" x="-2795" y="1300" as="geometry" />
        </mxCell>
        <mxCell id="_P9jYmqXWWuWMUU2pL9c-150" parent="1" style="text;html=1;whiteSpace=wrap;strokeColor=none;fillColor=none;align=left;verticalAlign=middle;rounded=0;fontSize=22;fontStyle=1" value="待机/休眠流程" vertex="1">
          <mxGeometry height="30" width="160" x="-3747.5" y="1540" as="geometry" />
        </mxCell>
        <mxCell id="_P9jYmqXWWuWMUU2pL9c-151" parent="1" style="rounded=1;whiteSpace=wrap;html=1;" value="15分钟无操作" vertex="1">
          <mxGeometry height="40" width="100" x="-3737.5" y="1590" as="geometry" />
        </mxCell>
        <mxCell id="_P9jYmqXWWuWMUU2pL9c-152" edge="1" parent="1" source="_P9jYmqXWWuWMUU2pL9c-151" style="edgeStyle=orthogonalEdgeStyle;rounded=0;orthogonalLoop=1;jettySize=auto;html=1;" target="_P9jYmqXWWuWMUU2pL9c-153" value="">
          <mxGeometry relative="1" as="geometry" />
        </mxCell>
        <mxCell id="_P9jYmqXWWuWMUU2pL9c-153" parent="1" style="rounded=1;whiteSpace=wrap;html=1;" value="高压部分全关掉" vertex="1">
          <mxGeometry height="40" width="100" x="-3597.5" y="1590" as="geometry" />
        </mxCell>
        <mxCell id="xD5JS4Ofd663jAq8a2iz-111" parent="1" style="text;whiteSpace=wrap;html=1;" value="&lt;span style=&quot;color: rgb(0, 0, 0); font-family: Helvetica; font-size: 22px; font-style: normal; font-variant-ligatures: normal; font-variant-caps: normal; font-weight: 700; letter-spacing: normal; orphans: 2; text-align: left; text-indent: 0px; text-transform: none; widows: 2; word-spacing: 0px; -webkit-text-stroke-width: 0px; white-space: normal; background-color: rgb(236, 236, 236); text-decoration-thickness: initial; text-decoration-style: initial; text-decoration-color: initial; float: none; display: inline !important;&quot;&gt;开水功能&lt;/span&gt;" vertex="1">
          <mxGeometry height="50" width="120" x="-3612.5" y="-1070" as="geometry" />
        </mxCell>
        <mxCell id="xD5JS4Ofd663jAq8a2iz-113" parent="1" style="rounded=1;whiteSpace=wrap;html=1;" value="蒸汽锅炉达到设定温度" vertex="1">
          <mxGeometry height="40" width="140" x="-3592.5" y="-990" as="geometry" />
        </mxCell>
        <mxCell id="xD5JS4Ofd663jAq8a2iz-114" edge="1" parent="1" source="xD5JS4Ofd663jAq8a2iz-113" style="edgeStyle=orthogonalEdgeStyle;rounded=0;orthogonalLoop=1;jettySize=auto;html=1;" value="">
          <mxGeometry relative="1" as="geometry">
            <mxPoint x="-3412.5" y="-970" as="targetPoint" />
          </mxGeometry>
        </mxCell>
        <mxCell id="xD5JS4Ofd663jAq8a2iz-123" edge="1" parent="1" style="edgeStyle=none;orthogonalLoop=1;jettySize=auto;html=1;rounded=0;" value="">
          <mxGeometry relative="1" width="100" as="geometry">
            <Array as="points" />
            <mxPoint x="-3287.5" y="-970.71" as="sourcePoint" />
            <mxPoint x="-3237.5" y="-970.71" as="targetPoint" />
          </mxGeometry>
        </mxCell>
        <mxCell id="xD5JS4Ofd663jAq8a2iz-124" parent="1" style="rounded=0;whiteSpace=wrap;html=1;" value="水泵在&lt;font style=&quot;color: rgb(127, 0, 255);&quot;&gt;9BAR&lt;/font&gt;的压力范围工作，并且可调。混水电磁阀打开，开水电磁阀打开。&lt;font style=&quot;color: rgb(255, 0, 0);&quot;&gt;工作时间可调0-120秒&lt;/font&gt;" vertex="1">
          <mxGeometry height="85" width="120" x="-3227.5" y="-995" as="geometry" />
        </mxCell>
        <mxCell id="xD5JS4Ofd663jAq8a2iz-125" edge="1" parent="1" style="edgeStyle=none;orthogonalLoop=1;jettySize=auto;html=1;rounded=0;" value="">
          <mxGeometry relative="1" width="100" as="geometry">
            <Array as="points">
              <mxPoint x="-3077.5" y="-980" />
            </Array>
            <mxPoint x="-3097.5" y="-980" as="sourcePoint" />
            <mxPoint x="-3047.5" y="-980" as="targetPoint" />
          </mxGeometry>
        </mxCell>
        <mxCell id="xD5JS4Ofd663jAq8a2iz-126" parent="1" style="rounded=0;whiteSpace=wrap;html=1;" value="到达时间后关闭水泵，&lt;font style=&quot;color: rgb(127, 0, 255);&quot;&gt;混水电磁阀，热水电磁阀&lt;/font&gt;，到达设定时间" vertex="1">
          <mxGeometry height="60" width="120" x="-3047.5" y="-1000" as="geometry" />
        </mxCell>
        <mxCell id="xD5JS4Ofd663jAq8a2iz-142" parent="1" style="rounded=1;whiteSpace=wrap;html=1;fillColor=#ffe6cc;strokeColor=#d79b00;" value="手动触发热水阀" vertex="1">
          <mxGeometry height="40" width="120" x="-3407.5" y="-990" as="geometry" />
        </mxCell>
        <mxCell id="xD5JS4Ofd663jAq8a2iz-144" parent="1" style="rounded=1;whiteSpace=wrap;html=1;" value="结束" vertex="1">
          <mxGeometry height="40" width="120" x="-2857.5" y="-990" as="geometry" />
        </mxCell>
        <mxCell id="xD5JS4Ofd663jAq8a2iz-145" edge="1" parent="1" style="edgeStyle=none;orthogonalLoop=1;jettySize=auto;html=1;rounded=0;" value="">
          <mxGeometry relative="1" width="100" as="geometry">
            <Array as="points" />
            <mxPoint x="-2917.5" y="-980" as="sourcePoint" />
            <mxPoint x="-2867.5" y="-980" as="targetPoint" />
          </mxGeometry>
        </mxCell>
        <mxCell id="xD5JS4Ofd663jAq8a2iz-146" parent="1" style="text;whiteSpace=wrap;html=1;" value="&lt;span style=&quot;color: rgb(0, 0, 0); font-family: Helvetica; font-size: 22px; font-style: normal; font-variant-ligatures: normal; font-variant-caps: normal; font-weight: 700; letter-spacing: normal; orphans: 2; text-align: left; text-indent: 0px; text-transform: none; widows: 2; word-spacing: 0px; -webkit-text-stroke-width: 0px; white-space: normal; background-color: rgb(236, 236, 236); text-decoration-thickness: initial; text-decoration-style: initial; text-decoration-color: initial; float: none; display: inline !important;&quot;&gt;咖啡功能&lt;/span&gt;" vertex="1">
          <mxGeometry height="50" width="120" x="-3655" y="-520" as="geometry" />
        </mxCell>
        <mxCell id="xD5JS4Ofd663jAq8a2iz-147" parent="1" style="text;whiteSpace=wrap;html=1;" value="&lt;span style=&quot;color: rgb(0, 0, 0); font-family: Helvetica; font-size: 22px; font-style: normal; font-variant-ligatures: normal; font-variant-caps: normal; font-weight: 700; letter-spacing: normal; orphans: 2; text-align: left; text-indent: 0px; text-transform: none; widows: 2; word-spacing: 0px; -webkit-text-stroke-width: 0px; white-space: normal; background-color: rgb(236, 236, 236); text-decoration-thickness: initial; text-decoration-style: initial; text-decoration-color: initial; float: none; display: inline !important;&quot;&gt;经典咖啡&lt;/span&gt;" vertex="1">
          <mxGeometry height="50" width="120" x="-3660" y="-450" as="geometry" />
        </mxCell>
        <mxCell id="xD5JS4Ofd663jAq8a2iz-148" parent="1" style="rounded=1;whiteSpace=wrap;html=1;align=left;fillColor=#dae8fc;strokeColor=#6c8ebf;" value="触摸屏界面有3个咖啡按键：按键1是单份咖啡，按键2是双份咖啡，按键3是手动按键。&lt;div&gt;&lt;strike&gt;1：&lt;font style=&quot;color: rgb(255, 0, 0);&quot;&gt;每个按键都有咖啡标识，&lt;/font&gt;&lt;font style=&quot;color: rgb(127, 0, 255);&quot;&gt;并可以自定义名称(目前是固定名称，该问题已经沟通过)&lt;/font&gt;&lt;/strike&gt;&lt;/div&gt;&lt;div&gt;2：每个按键都要有计时功能，并且停止后会保留当前按键工作时长，再次工作重新开始计时。（比如，按键1工作45秒停止工作，屏幕则显示按键1为45秒，再次工作可以用任意键工作，工作时间重新计算，以此循环。&lt;/div&gt;&lt;div&gt;3：经典咖啡制作中，水泵压力保持8-10BAR可调，并显示制作曲线，水泵压力由水泵转速控制&lt;/div&gt;&lt;div&gt;&lt;font style=&quot;color: rgb(255, 0, 0);&quot;&gt;4：时间单位为0.1秒&lt;/font&gt;&lt;/div&gt;" vertex="1">
          <mxGeometry height="130" width="825" x="-3665" y="-390" as="geometry" />
        </mxCell>
        <mxCell id="xD5JS4Ofd663jAq8a2iz-149" parent="1" style="rounded=1;whiteSpace=wrap;html=1;fillColor=#f8cecc;strokeColor=#b85450;" value="&lt;font style=&quot;font-size: 18px;&quot;&gt;称重制作咖啡功能&lt;/font&gt;" vertex="1">
          <mxGeometry height="60" width="165" x="-3690" y="-235" as="geometry" />
        </mxCell>
        <mxCell id="xD5JS4Ofd663jAq8a2iz-153" parent="1" style="rounded=1;whiteSpace=wrap;html=1;fillColor=#dae8fc;strokeColor=#6c8ebf;" value="3.在制作过程当中，重量到即停止工作，单片机要计算出，从水箱抽出多少重量的水，记住并在以后的制作中复刻它。即使不用称也可以达到很准确的重量（抽水的重量见水箱控制做详细介绍）" vertex="1">
          <mxGeometry height="70" width="320" x="-3400" y="20" as="geometry" />
        </mxCell>
        <mxCell id="xD5JS4Ofd663jAq8a2iz-154" parent="1" style="rounded=1;whiteSpace=wrap;html=1;fillColor=#d5e8d4;strokeColor=#82b366;" value="按键1~3" vertex="1">
          <mxGeometry height="40" width="90" x="-3650" y="-150" as="geometry" />
        </mxCell>
        <mxCell id="xD5JS4Ofd663jAq8a2iz-165" parent="1" style="rounded=1;whiteSpace=wrap;html=1;fillColor=#dae8fc;strokeColor=#6c8ebf;align=left;" value="4.工作时长在1-600秒可调" vertex="1">
          <mxGeometry height="30" width="320" x="-3400" y="90" as="geometry" />
        </mxCell>
        <mxCell id="xD5JS4Ofd663jAq8a2iz-172" edge="1" parent="1" style="endArrow=classic;html=1;rounded=0;entryX=1;entryY=0;entryDx=0;entryDy=0;entryPerimeter=0;" target="_P9jYmqXWWuWMUU2pL9c-48" value="">
          <mxGeometry height="50" relative="1" width="50" as="geometry">
            <mxPoint x="-3410" y="-70" as="sourcePoint" />
            <mxPoint x="-3320" y="-70" as="targetPoint" />
          </mxGeometry>
        </mxCell>
        <mxCell id="xD5JS4Ofd663jAq8a2iz-181" parent="1" style="rounded=1;whiteSpace=wrap;html=1;fillColor=#f8cecc;strokeColor=#b85450;" value="&lt;font style=&quot;font-size: 18px;&quot;&gt;手动变压制作咖啡功能&lt;/font&gt;" vertex="1">
          <mxGeometry height="60" width="200" x="-3727.5" y="220" as="geometry" />
        </mxCell>
        <mxCell id="xD5JS4Ofd663jAq8a2iz-183" parent="1" style="rounded=1;whiteSpace=wrap;html=1;" value="咖啡锅炉加热到设定温度或者不到设定温度" vertex="1">
          <mxGeometry height="60" width="120" x="-3717.5" y="360" as="geometry" />
        </mxCell>
        <mxCell id="xD5JS4Ofd663jAq8a2iz-184" parent="1" style="rounded=1;whiteSpace=wrap;html=1;fillColor=#d5e8d4;strokeColor=#82b366;" value="电位器" vertex="1">
          <mxGeometry height="40" width="90" x="-3702.5" y="300" as="geometry" />
        </mxCell>
        <mxCell id="xD5JS4Ofd663jAq8a2iz-186" edge="1" parent="1" style="endArrow=classic;html=1;rounded=0;" value="">
          <mxGeometry height="50" relative="1" width="50" as="geometry">
            <mxPoint x="-3597.5" y="389.44000000000005" as="sourcePoint" />
            <mxPoint x="-3552.5" y="389" as="targetPoint" />
          </mxGeometry>
        </mxCell>
        <mxCell id="xD5JS4Ofd663jAq8a2iz-187" parent="1" style="rounded=1;whiteSpace=wrap;html=1;" value="旋转电位器触发" vertex="1">
          <mxGeometry height="60" width="110" x="-3542.5" y="360" as="geometry" />
        </mxCell>
        <mxCell id="xD5JS4Ofd663jAq8a2iz-188" edge="1" parent="1" style="endArrow=classic;html=1;rounded=0;" value="">
          <mxGeometry height="50" relative="1" width="50" as="geometry">
            <mxPoint x="-3422.5" y="380" as="sourcePoint" />
            <mxPoint x="-3122.5" y="380" as="targetPoint" />
          </mxGeometry>
        </mxCell>
        <mxCell id="xD5JS4Ofd663jAq8a2iz-189" parent="1" style="text;html=1;whiteSpace=wrap;strokeColor=none;fillColor=none;align=center;verticalAlign=middle;rounded=0;" value="水泵+出水电磁阀+流量计+压力传感+电子秤工作，并且需要时间显示，显示要特别明显" vertex="1">
          <mxGeometry height="30" width="280" x="-3412.5" y="340" as="geometry" />
        </mxCell>
        <mxCell id="xD5JS4Ofd663jAq8a2iz-191" parent="1" style="text;html=1;whiteSpace=wrap;strokeColor=none;fillColor=none;align=center;verticalAlign=middle;rounded=0;" value="调节电机转速，让水泵压力从0-16BAR" vertex="1">
          <mxGeometry height="30" width="260" x="-3412.5" y="400" as="geometry" />
        </mxCell>
        <mxCell id="xD5JS4Ofd663jAq8a2iz-192" parent="1" style="rounded=1;whiteSpace=wrap;html=1;" value="反转电位器，电机转速到0，即结束工作。反转电机会越转越慢" vertex="1">
          <mxGeometry height="60" width="120" x="-3112.5" y="350" as="geometry" />
        </mxCell>
        <mxCell id="xD5JS4Ofd663jAq8a2iz-193" parent="1" style="rounded=1;whiteSpace=wrap;html=1;" value="结束，保留本次工作时间，下次启动重新计时。" vertex="1">
          <mxGeometry height="50" width="110" x="-2762.5" y="350" as="geometry" />
        </mxCell>
        <mxCell id="xD5JS4Ofd663jAq8a2iz-194" edge="1" parent="1" style="edgeStyle=orthogonalEdgeStyle;rounded=0;orthogonalLoop=1;jettySize=auto;html=1;" value="">
          <mxGeometry relative="1" as="geometry">
            <mxPoint x="-2982.5" y="380" as="sourcePoint" />
            <mxPoint x="-2772.5" y="380" as="targetPoint" />
          </mxGeometry>
        </mxCell>
        <mxCell id="xD5JS4Ofd663jAq8a2iz-195" parent="1" style="text;whiteSpace=wrap;html=1;" value="&lt;span style=&quot;color: rgb(0, 0, 0); font-family: Helvetica; font-size: 12px; font-style: normal; font-variant-ligatures: normal; font-variant-caps: normal; font-weight: 400; letter-spacing: normal; orphans: 2; text-align: center; text-indent: 0px; text-transform: none; widows: 2; word-spacing: 0px; -webkit-text-stroke-width: 0px; white-space: normal; background-color: rgb(236, 236, 236); text-decoration-thickness: initial; text-decoration-style: initial; text-decoration-color: initial; display: inline !important; float: none;&quot;&gt;水泵+电磁阀+压力+称同时关闭&lt;/span&gt;" vertex="1">
          <mxGeometry height="40" width="200" x="-2962.5" y="355" as="geometry" />
        </mxCell>
        <mxCell id="lgWbKkXzePmSplhIxeYr-1" parent="1" style="text;whiteSpace=wrap;html=1;" value="&lt;span style=&quot;color: rgb(0, 0, 0); font-family: Helvetica; font-size: 22px; font-style: normal; font-variant-ligatures: normal; font-variant-caps: normal; font-weight: 700; letter-spacing: normal; orphans: 2; text-align: left; text-indent: 0px; text-transform: none; widows: 2; word-spacing: 0px; -webkit-text-stroke-width: 0px; white-space: normal; background-color: rgb(236, 236, 236); text-decoration-thickness: initial; text-decoration-style: initial; text-decoration-color: initial; float: none; display: inline !important;&quot;&gt;冷水功能&lt;/span&gt;" vertex="1">
          <mxGeometry height="50" width="120" x="-3607.5" y="-760" as="geometry" />
        </mxCell>
        <mxCell id="lgWbKkXzePmSplhIxeYr-10" edge="1" parent="1" style="edgeStyle=none;orthogonalLoop=1;jettySize=auto;html=1;rounded=0;" value="">
          <mxGeometry relative="1" width="100" as="geometry">
            <Array as="points" />
            <mxPoint x="-3287.5" y="-670.71" as="sourcePoint" />
            <mxPoint x="-3237.5" y="-670.71" as="targetPoint" />
          </mxGeometry>
        </mxCell>
        <mxCell id="lgWbKkXzePmSplhIxeYr-11" parent="1" style="rounded=0;whiteSpace=wrap;html=1;" value="水泵在5-10BAR的压力范围工作，并且可调。混水电磁阀打开。工作时间可调0-120秒" vertex="1">
          <mxGeometry height="85" width="120" x="-3227.5" y="-695" as="geometry" />
        </mxCell>
        <mxCell id="lgWbKkXzePmSplhIxeYr-12" edge="1" parent="1" style="edgeStyle=none;orthogonalLoop=1;jettySize=auto;html=1;rounded=0;" value="">
          <mxGeometry relative="1" width="100" as="geometry">
            <Array as="points">
              <mxPoint x="-3077.5" y="-680" />
            </Array>
            <mxPoint x="-3097.5" y="-680" as="sourcePoint" />
            <mxPoint x="-3047.5" y="-680" as="targetPoint" />
          </mxGeometry>
        </mxCell>
        <mxCell id="lgWbKkXzePmSplhIxeYr-13" parent="1" style="rounded=0;whiteSpace=wrap;html=1;" value="到达时间后关闭水泵，&lt;font style=&quot;color: rgb(127, 0, 255);&quot;&gt;混水电磁阀&lt;/font&gt;，到达设定时间" vertex="1">
          <mxGeometry height="60" width="120" x="-3047.5" y="-700" as="geometry" />
        </mxCell>
        <mxCell id="lgWbKkXzePmSplhIxeYr-15" parent="1" style="rounded=1;whiteSpace=wrap;html=1;fillColor=#ffe6cc;strokeColor=#d79b00;" value="手动触发热水阀" vertex="1">
          <mxGeometry height="40" width="120" x="-3407.5" y="-690" as="geometry" />
        </mxCell>
        <mxCell id="lgWbKkXzePmSplhIxeYr-16" parent="1" style="rounded=1;whiteSpace=wrap;html=1;" value="结束" vertex="1">
          <mxGeometry height="40" width="120" x="-2857.5" y="-690" as="geometry" />
        </mxCell>
        <mxCell id="lgWbKkXzePmSplhIxeYr-17" edge="1" parent="1" style="edgeStyle=none;orthogonalLoop=1;jettySize=auto;html=1;rounded=0;" value="">
          <mxGeometry relative="1" width="100" as="geometry">
            <Array as="points" />
            <mxPoint x="-2917.5" y="-680" as="sourcePoint" />
            <mxPoint x="-2867.5" y="-680" as="targetPoint" />
          </mxGeometry>
        </mxCell>
        <mxCell id="lgWbKkXzePmSplhIxeYr-38" edge="1" parent="1" style="edgeStyle=orthogonalEdgeStyle;rounded=0;orthogonalLoop=1;jettySize=auto;html=1;" value="">
          <mxGeometry relative="1" as="geometry">
            <mxPoint x="-3147.5" y="1219" as="sourcePoint" />
            <mxPoint x="-2982.5" y="1219" as="targetPoint" />
          </mxGeometry>
        </mxCell>
        <mxCell id="lgWbKkXzePmSplhIxeYr-39" parent="1" style="text;html=1;whiteSpace=wrap;strokeColor=none;fillColor=none;align=center;verticalAlign=middle;rounded=0;" value="泵+出水电磁阀打开20秒" vertex="1">
          <mxGeometry height="30" width="140" x="-3130" y="1190" as="geometry" />
        </mxCell>
        <mxCell id="lgWbKkXzePmSplhIxeYr-40" parent="1" style="rounded=1;whiteSpace=wrap;html=1;" value="第三次冲洗，停顿20秒" vertex="1">
          <mxGeometry height="40" width="80" x="-2980" y="1200" as="geometry" />
        </mxCell>
        <mxCell id="lgWbKkXzePmSplhIxeYr-41" edge="1" parent="1" style="edgeStyle=orthogonalEdgeStyle;rounded=0;orthogonalLoop=1;jettySize=auto;html=1;" target="lgWbKkXzePmSplhIxeYr-43" value="">
          <mxGeometry relative="1" as="geometry">
            <mxPoint x="-2655" y="1220" as="sourcePoint" />
          </mxGeometry>
        </mxCell>
        <mxCell id="lgWbKkXzePmSplhIxeYr-42" parent="1" style="text;html=1;whiteSpace=wrap;strokeColor=none;fillColor=none;align=center;verticalAlign=middle;rounded=0;" value="泵+出水电磁阀打开20秒" vertex="1">
          <mxGeometry height="30" width="140" x="-2645" y="1190" as="geometry" />
        </mxCell>
        <mxCell id="lgWbKkXzePmSplhIxeYr-43" parent="1" style="rounded=1;whiteSpace=wrap;html=1;" value="第五次冲洗，停顿20秒" vertex="1">
          <mxGeometry height="40" width="80" x="-2490" y="1200" as="geometry" />
        </mxCell>
        <mxCell id="lgWbKkXzePmSplhIxeYr-44" edge="1" parent="1" style="edgeStyle=orthogonalEdgeStyle;rounded=0;orthogonalLoop=1;jettySize=auto;html=1;" value="">
          <mxGeometry relative="1" as="geometry">
            <mxPoint x="-2902.5" y="1220" as="sourcePoint" />
            <mxPoint x="-2737.5" y="1220" as="targetPoint" />
          </mxGeometry>
        </mxCell>
        <mxCell id="lgWbKkXzePmSplhIxeYr-45" parent="1" style="text;html=1;whiteSpace=wrap;strokeColor=none;fillColor=none;align=center;verticalAlign=middle;rounded=0;" value="泵+出水电磁阀打开20秒" vertex="1">
          <mxGeometry height="30" width="140" x="-2900" y="1190" as="geometry" />
        </mxCell>
        <mxCell id="lgWbKkXzePmSplhIxeYr-46" parent="1" style="rounded=1;whiteSpace=wrap;html=1;" value="第四次冲洗，停顿20秒" vertex="1">
          <mxGeometry height="40" width="80" x="-2735" y="1200" as="geometry" />
        </mxCell>
        <mxCell id="lgWbKkXzePmSplhIxeYr-47" edge="1" parent="1" style="edgeStyle=orthogonalEdgeStyle;rounded=0;orthogonalLoop=1;jettySize=auto;html=1;" target="lgWbKkXzePmSplhIxeYr-49" value="">
          <mxGeometry relative="1" as="geometry">
            <mxPoint x="-2407.5" y="1220" as="sourcePoint" />
          </mxGeometry>
        </mxCell>
        <mxCell id="lgWbKkXzePmSplhIxeYr-48" parent="1" style="text;html=1;whiteSpace=wrap;strokeColor=none;fillColor=none;align=center;verticalAlign=middle;rounded=0;" value="泵+出水电磁阀打开20秒" vertex="1">
          <mxGeometry height="30" width="140" x="-2397.5" y="1190" as="geometry" />
        </mxCell>
        <mxCell id="lgWbKkXzePmSplhIxeYr-49" parent="1" style="rounded=1;whiteSpace=wrap;html=1;" value="第六次冲洗，停顿20秒" vertex="1">
          <mxGeometry height="40" width="80" x="-2242.5" y="1200" as="geometry" />
        </mxCell>
        <mxCell id="lgWbKkXzePmSplhIxeYr-50" edge="1" parent="1" style="endArrow=classic;html=1;rounded=0;entryX=0.983;entryY=0.375;entryDx=0;entryDy=0;entryPerimeter=0;" target="_P9jYmqXWWuWMUU2pL9c-141" value="">
          <mxGeometry height="50" relative="1" width="50" as="geometry">
            <mxPoint x="-2275" y="1310" as="sourcePoint" />
            <mxPoint x="-2635" y="1280" as="targetPoint" />
          </mxGeometry>
        </mxCell>
        <mxCell id="lgWbKkXzePmSplhIxeYr-51" parent="1" style="text;html=1;whiteSpace=wrap;strokeColor=none;fillColor=none;align=left;verticalAlign=middle;rounded=0;fontSize=22;fontStyle=1" value="清洗提醒" vertex="1">
          <mxGeometry height="30" width="160" x="-3730" y="1410" as="geometry" />
        </mxCell>
        <mxCell id="lgWbKkXzePmSplhIxeYr-52" parent="1" style="text;html=1;whiteSpace=wrap;strokeColor=#d79b00;fillColor=#ffe6cc;align=left;verticalAlign=middle;rounded=0;" value="所有按键工作0-500杯就要提醒清洗工作" vertex="1">
          <mxGeometry height="30" width="257.5" x="-3730" y="1440" as="geometry" />
        </mxCell>
        <mxCell id="lgWbKkXzePmSplhIxeYr-53" parent="1" style="text;html=1;whiteSpace=wrap;strokeColor=none;fillColor=none;align=left;verticalAlign=middle;rounded=0;fontSize=22;fontStyle=1" value="关于其他功能：&lt;div&gt;1.参数设定&lt;/div&gt;&lt;div&gt;2.故障代码，显示提醒，诊断&lt;/div&gt;&lt;div&gt;3.关于上面设置参数等&lt;/div&gt;&lt;div&gt;4.水箱水位变成重量有何问题5&lt;/div&gt;&lt;div&gt;&lt;br&gt;&lt;/div&gt;" vertex="1">
          <mxGeometry height="130" width="317.5" x="-3727.5" y="1690" as="geometry" />
        </mxCell>
        <mxCell id="riORpZrSyDfUIBfQNrKo-1" parent="1" style="rounded=1;whiteSpace=wrap;html=1;fillColor=#f8cecc;strokeColor=#b85450;" value="&lt;font style=&quot;font-size: 18px;&quot;&gt;默认程序咖啡功能：&lt;font style=&quot;color: rgb(255, 0, 0);&quot;&gt;该部分主要是默认参数，提供出厂的默认参数配置&lt;/font&gt;&lt;/font&gt;" vertex="1">
          <mxGeometry height="70" width="315" x="-3712.5" y="490" as="geometry" />
        </mxCell>
        <mxCell id="riORpZrSyDfUIBfQNrKo-2" parent="1" style="rounded=1;whiteSpace=wrap;html=1;" value="单份浓缩" vertex="1">
          <mxGeometry height="50" width="110" x="-3707.5" y="590" as="geometry" />
        </mxCell>
        <mxCell id="riORpZrSyDfUIBfQNrKo-3" parent="1" style="rounded=1;whiteSpace=wrap;html=1;fillColor=#ffe6cc;strokeColor=#d79b00;" value="按键触发" vertex="1">
          <mxGeometry height="40" width="80" x="-3557.5" y="590" as="geometry" />
        </mxCell>
        <mxCell id="riORpZrSyDfUIBfQNrKo-4" edge="1" parent="1" source="riORpZrSyDfUIBfQNrKo-2" style="endArrow=classic;html=1;rounded=0;exitX=1.01;exitY=0.506;exitDx=0;exitDy=0;exitPerimeter=0;entryX=0.007;entryY=0.589;entryDx=0;entryDy=0;entryPerimeter=0;" target="riORpZrSyDfUIBfQNrKo-3" value="">
          <mxGeometry height="50" relative="1" width="50" as="geometry">
            <mxPoint x="-3537.5" y="760" as="sourcePoint" />
            <mxPoint x="-3567.5" y="615" as="targetPoint" />
          </mxGeometry>
        </mxCell>
        <mxCell id="riORpZrSyDfUIBfQNrKo-5" edge="1" parent="1" source="riORpZrSyDfUIBfQNrKo-3" style="endArrow=classic;html=1;rounded=0;exitX=1.043;exitY=0.504;exitDx=0;exitDy=0;exitPerimeter=0;" value="">
          <mxGeometry height="50" relative="1" width="50" as="geometry">
            <mxPoint x="-3517.5" y="720" as="sourcePoint" />
            <mxPoint x="-3437.5" y="610" as="targetPoint" />
          </mxGeometry>
        </mxCell>
        <mxCell id="riORpZrSyDfUIBfQNrKo-7" parent="1" style="rounded=1;whiteSpace=wrap;html=1;" value="预浸泡阶段：压力3BAR，时间5秒" vertex="1">
          <mxGeometry height="50" width="110" x="-3437.5" y="585" as="geometry" />
        </mxCell>
        <mxCell id="riORpZrSyDfUIBfQNrKo-8" edge="1" parent="1" style="endArrow=classic;html=1;rounded=0;exitX=1.043;exitY=0.504;exitDx=0;exitDy=0;exitPerimeter=0;" value="">
          <mxGeometry height="50" relative="1" width="50" as="geometry">
            <mxPoint x="-3326" y="609.71" as="sourcePoint" />
            <mxPoint x="-3289" y="609.71" as="targetPoint" />
          </mxGeometry>
        </mxCell>
        <mxCell id="riORpZrSyDfUIBfQNrKo-9" parent="1" style="rounded=1;whiteSpace=wrap;html=1;" value="主萃取阶段：压力9BAR，时间18秒" vertex="1">
          <mxGeometry height="50" width="110" x="-3287.5" y="585" as="geometry" />
        </mxCell>
        <mxCell id="riORpZrSyDfUIBfQNrKo-10" edge="1" parent="1" style="endArrow=classic;html=1;rounded=0;exitX=1.043;exitY=0.504;exitDx=0;exitDy=0;exitPerimeter=0;" value="">
          <mxGeometry height="50" relative="1" width="50" as="geometry">
            <mxPoint x="-3177.5" y="609.71" as="sourcePoint" />
            <mxPoint x="-3140.5" y="609.71" as="targetPoint" />
          </mxGeometry>
        </mxCell>
        <mxCell id="riORpZrSyDfUIBfQNrKo-11" parent="1" style="rounded=1;whiteSpace=wrap;html=1;" value="尾段降压：压力5BAR，时间5秒" vertex="1">
          <mxGeometry height="50" width="110" x="-3142.5" y="585" as="geometry" />
        </mxCell>
        <mxCell id="riORpZrSyDfUIBfQNrKo-12" parent="1" style="rounded=1;whiteSpace=wrap;html=1;" value="结束" vertex="1">
          <mxGeometry height="40" width="75" x="-2992.5" y="590" as="geometry" />
        </mxCell>
        <mxCell id="riORpZrSyDfUIBfQNrKo-13" edge="1" parent="1" style="endArrow=classic;html=1;rounded=0;exitX=1.043;exitY=0.504;exitDx=0;exitDy=0;exitPerimeter=0;" value="">
          <mxGeometry height="50" relative="1" width="50" as="geometry">
            <mxPoint x="-3031" y="609.71" as="sourcePoint" />
            <mxPoint x="-2994" y="609.71" as="targetPoint" />
          </mxGeometry>
        </mxCell>
        <mxCell id="0SS8FHruJlp0RhGvm0XP-1" parent="1" style="rounded=1;whiteSpace=wrap;html=1;" value="双份浓缩" vertex="1">
          <mxGeometry height="50" width="110" x="-3707.5" y="655" as="geometry" />
        </mxCell>
        <mxCell id="0SS8FHruJlp0RhGvm0XP-2" parent="1" style="rounded=1;whiteSpace=wrap;html=1;fillColor=#ffe6cc;strokeColor=#d79b00;" value="按键触发" vertex="1">
          <mxGeometry height="40" width="80" x="-3557.5" y="655" as="geometry" />
        </mxCell>
        <mxCell id="0SS8FHruJlp0RhGvm0XP-3" edge="1" parent="1" source="0SS8FHruJlp0RhGvm0XP-1" style="endArrow=classic;html=1;rounded=0;exitX=1.01;exitY=0.506;exitDx=0;exitDy=0;exitPerimeter=0;entryX=0.007;entryY=0.589;entryDx=0;entryDy=0;entryPerimeter=0;" target="0SS8FHruJlp0RhGvm0XP-2" value="">
          <mxGeometry height="50" relative="1" width="50" as="geometry">
            <mxPoint x="-3537.5" y="825" as="sourcePoint" />
            <mxPoint x="-3567.5" y="680" as="targetPoint" />
          </mxGeometry>
        </mxCell>
        <mxCell id="0SS8FHruJlp0RhGvm0XP-4" edge="1" parent="1" source="0SS8FHruJlp0RhGvm0XP-2" style="endArrow=classic;html=1;rounded=0;exitX=1.043;exitY=0.504;exitDx=0;exitDy=0;exitPerimeter=0;" value="">
          <mxGeometry height="50" relative="1" width="50" as="geometry">
            <mxPoint x="-3517.5" y="785" as="sourcePoint" />
            <mxPoint x="-3437.5" y="675" as="targetPoint" />
          </mxGeometry>
        </mxCell>
        <mxCell id="0SS8FHruJlp0RhGvm0XP-5" parent="1" style="rounded=1;whiteSpace=wrap;html=1;" value="预浸泡阶段：压力3BAR，时间5秒" vertex="1">
          <mxGeometry height="50" width="110" x="-3437.5" y="650" as="geometry" />
        </mxCell>
        <mxCell id="0SS8FHruJlp0RhGvm0XP-6" edge="1" parent="1" style="endArrow=classic;html=1;rounded=0;exitX=1.043;exitY=0.504;exitDx=0;exitDy=0;exitPerimeter=0;" value="">
          <mxGeometry height="50" relative="1" width="50" as="geometry">
            <mxPoint x="-3326" y="674.71" as="sourcePoint" />
            <mxPoint x="-3289" y="674.71" as="targetPoint" />
          </mxGeometry>
        </mxCell>
        <mxCell id="0SS8FHruJlp0RhGvm0XP-7" parent="1" style="rounded=1;whiteSpace=wrap;html=1;" value="主萃取阶段：压力9BAR，时间20秒" vertex="1">
          <mxGeometry height="50" width="110" x="-3287.5" y="650" as="geometry" />
        </mxCell>
        <mxCell id="0SS8FHruJlp0RhGvm0XP-8" edge="1" parent="1" style="endArrow=classic;html=1;rounded=0;exitX=1.043;exitY=0.504;exitDx=0;exitDy=0;exitPerimeter=0;" value="">
          <mxGeometry height="50" relative="1" width="50" as="geometry">
            <mxPoint x="-3177.5" y="674.71" as="sourcePoint" />
            <mxPoint x="-3140.5" y="674.71" as="targetPoint" />
          </mxGeometry>
        </mxCell>
        <mxCell id="0SS8FHruJlp0RhGvm0XP-9" parent="1" style="rounded=1;whiteSpace=wrap;html=1;" value="尾段降压：压力5BAR，时间5秒" vertex="1">
          <mxGeometry height="50" width="110" x="-3142.5" y="650" as="geometry" />
        </mxCell>
        <mxCell id="0SS8FHruJlp0RhGvm0XP-10" parent="1" style="rounded=1;whiteSpace=wrap;html=1;" value="结束" vertex="1">
          <mxGeometry height="40" width="75" x="-2992.5" y="655" as="geometry" />
        </mxCell>
        <mxCell id="0SS8FHruJlp0RhGvm0XP-11" edge="1" parent="1" style="endArrow=classic;html=1;rounded=0;exitX=1.043;exitY=0.504;exitDx=0;exitDy=0;exitPerimeter=0;" value="">
          <mxGeometry height="50" relative="1" width="50" as="geometry">
            <mxPoint x="-3031" y="674.71" as="sourcePoint" />
            <mxPoint x="-2994" y="674.71" as="targetPoint" />
          </mxGeometry>
        </mxCell>
        <mxCell id="0SS8FHruJlp0RhGvm0XP-12" parent="1" style="rounded=1;whiteSpace=wrap;html=1;" value="美式咖啡" vertex="1">
          <mxGeometry height="50" width="110" x="-3707.5" y="715" as="geometry" />
        </mxCell>
        <mxCell id="0SS8FHruJlp0RhGvm0XP-13" parent="1" style="rounded=1;whiteSpace=wrap;html=1;fillColor=#ffe6cc;strokeColor=#d79b00;" value="按键触发" vertex="1">
          <mxGeometry height="40" width="80" x="-3557.5" y="715" as="geometry" />
        </mxCell>
        <mxCell id="0SS8FHruJlp0RhGvm0XP-14" edge="1" parent="1" source="0SS8FHruJlp0RhGvm0XP-12" style="endArrow=classic;html=1;rounded=0;exitX=1.01;exitY=0.506;exitDx=0;exitDy=0;exitPerimeter=0;entryX=0.007;entryY=0.589;entryDx=0;entryDy=0;entryPerimeter=0;" target="0SS8FHruJlp0RhGvm0XP-13" value="">
          <mxGeometry height="50" relative="1" width="50" as="geometry">
            <mxPoint x="-3537.5" y="885" as="sourcePoint" />
            <mxPoint x="-3567.5" y="740" as="targetPoint" />
          </mxGeometry>
        </mxCell>
        <mxCell id="0SS8FHruJlp0RhGvm0XP-15" edge="1" parent="1" source="0SS8FHruJlp0RhGvm0XP-13" style="endArrow=classic;html=1;rounded=0;exitX=1.043;exitY=0.504;exitDx=0;exitDy=0;exitPerimeter=0;" value="">
          <mxGeometry height="50" relative="1" width="50" as="geometry">
            <mxPoint x="-3517.5" y="845" as="sourcePoint" />
            <mxPoint x="-3437.5" y="735" as="targetPoint" />
          </mxGeometry>
        </mxCell>
        <mxCell id="0SS8FHruJlp0RhGvm0XP-16" parent="1" style="rounded=1;whiteSpace=wrap;html=1;" value="预浸泡阶段：压力3BAR，时间5秒" vertex="1">
          <mxGeometry height="50" width="110" x="-3437.5" y="710" as="geometry" />
        </mxCell>
        <mxCell id="0SS8FHruJlp0RhGvm0XP-17" edge="1" parent="1" style="endArrow=classic;html=1;rounded=0;exitX=1.043;exitY=0.504;exitDx=0;exitDy=0;exitPerimeter=0;" value="">
          <mxGeometry height="50" relative="1" width="50" as="geometry">
            <mxPoint x="-3326" y="734.71" as="sourcePoint" />
            <mxPoint x="-3289" y="734.71" as="targetPoint" />
          </mxGeometry>
        </mxCell>
        <mxCell id="0SS8FHruJlp0RhGvm0XP-18" parent="1" style="rounded=1;whiteSpace=wrap;html=1;" value="主萃取阶段：压力9BAR，时间20秒" vertex="1">
          <mxGeometry height="50" width="110" x="-3287.5" y="710" as="geometry" />
        </mxCell>
        <mxCell id="0SS8FHruJlp0RhGvm0XP-19" edge="1" parent="1" style="endArrow=classic;html=1;rounded=0;exitX=1.043;exitY=0.504;exitDx=0;exitDy=0;exitPerimeter=0;" value="">
          <mxGeometry height="50" relative="1" width="50" as="geometry">
            <mxPoint x="-3177.5" y="734.71" as="sourcePoint" />
            <mxPoint x="-3140.5" y="734.71" as="targetPoint" />
          </mxGeometry>
        </mxCell>
        <mxCell id="0SS8FHruJlp0RhGvm0XP-20" parent="1" style="rounded=1;whiteSpace=wrap;html=1;" value="尾段降压：压力4BAR，时间5秒" vertex="1">
          <mxGeometry height="50" width="110" x="-3142.5" y="710" as="geometry" />
        </mxCell>
        <mxCell id="0SS8FHruJlp0RhGvm0XP-21" parent="1" style="rounded=1;whiteSpace=wrap;html=1;" value="结束" vertex="1">
          <mxGeometry height="40" width="75" x="-2992.5" y="715" as="geometry" />
        </mxCell>
        <mxCell id="0SS8FHruJlp0RhGvm0XP-22" edge="1" parent="1" style="endArrow=classic;html=1;rounded=0;exitX=1.043;exitY=0.504;exitDx=0;exitDy=0;exitPerimeter=0;" value="">
          <mxGeometry height="50" relative="1" width="50" as="geometry">
            <mxPoint x="-3031" y="734.71" as="sourcePoint" />
            <mxPoint x="-2994" y="734.71" as="targetPoint" />
          </mxGeometry>
        </mxCell>
        <mxCell id="0SS8FHruJlp0RhGvm0XP-23" parent="1" style="rounded=1;whiteSpace=wrap;html=1;" value="浅烘焙" vertex="1">
          <mxGeometry height="50" width="110" x="-3707.5" y="785" as="geometry" />
        </mxCell>
        <mxCell id="0SS8FHruJlp0RhGvm0XP-24" parent="1" style="rounded=1;whiteSpace=wrap;html=1;fillColor=#ffe6cc;strokeColor=#d79b00;" value="按键触发" vertex="1">
          <mxGeometry height="40" width="80" x="-3557.5" y="785" as="geometry" />
        </mxCell>
        <mxCell id="0SS8FHruJlp0RhGvm0XP-25" edge="1" parent="1" source="0SS8FHruJlp0RhGvm0XP-23" style="endArrow=classic;html=1;rounded=0;exitX=1.01;exitY=0.506;exitDx=0;exitDy=0;exitPerimeter=0;entryX=0.007;entryY=0.589;entryDx=0;entryDy=0;entryPerimeter=0;" target="0SS8FHruJlp0RhGvm0XP-24" value="">
          <mxGeometry height="50" relative="1" width="50" as="geometry">
            <mxPoint x="-3537.5" y="955" as="sourcePoint" />
            <mxPoint x="-3567.5" y="810" as="targetPoint" />
          </mxGeometry>
        </mxCell>
        <mxCell id="0SS8FHruJlp0RhGvm0XP-26" edge="1" parent="1" source="0SS8FHruJlp0RhGvm0XP-24" style="endArrow=classic;html=1;rounded=0;exitX=1.043;exitY=0.504;exitDx=0;exitDy=0;exitPerimeter=0;" value="">
          <mxGeometry height="50" relative="1" width="50" as="geometry">
            <mxPoint x="-3517.5" y="915" as="sourcePoint" />
            <mxPoint x="-3437.5" y="805" as="targetPoint" />
          </mxGeometry>
        </mxCell>
        <mxCell id="0SS8FHruJlp0RhGvm0XP-27" parent="1" style="rounded=1;whiteSpace=wrap;html=1;" value="预浸泡阶段：压力3BAR，时间9秒" vertex="1">
          <mxGeometry height="50" width="110" x="-3437.5" y="780" as="geometry" />
        </mxCell>
        <mxCell id="0SS8FHruJlp0RhGvm0XP-28" edge="1" parent="1" style="endArrow=classic;html=1;rounded=0;exitX=1.043;exitY=0.504;exitDx=0;exitDy=0;exitPerimeter=0;" value="">
          <mxGeometry height="50" relative="1" width="50" as="geometry">
            <mxPoint x="-3326" y="804.71" as="sourcePoint" />
            <mxPoint x="-3289" y="804.71" as="targetPoint" />
          </mxGeometry>
        </mxCell>
        <mxCell id="0SS8FHruJlp0RhGvm0XP-29" parent="1" style="rounded=1;whiteSpace=wrap;html=1;" value="主萃取阶段：压力9BAR，时间22秒" vertex="1">
          <mxGeometry height="50" width="110" x="-3287.5" y="780" as="geometry" />
        </mxCell>
        <mxCell id="0SS8FHruJlp0RhGvm0XP-30" edge="1" parent="1" style="endArrow=classic;html=1;rounded=0;exitX=1.043;exitY=0.504;exitDx=0;exitDy=0;exitPerimeter=0;" value="">
          <mxGeometry height="50" relative="1" width="50" as="geometry">
            <mxPoint x="-3177.5" y="804.71" as="sourcePoint" />
            <mxPoint x="-3140.5" y="804.71" as="targetPoint" />
          </mxGeometry>
        </mxCell>
        <mxCell id="0SS8FHruJlp0RhGvm0XP-31" parent="1" style="rounded=1;whiteSpace=wrap;html=1;" value="尾段降压：压力4BAR，时间5秒" vertex="1">
          <mxGeometry height="50" width="110" x="-3142.5" y="780" as="geometry" />
        </mxCell>
        <mxCell id="0SS8FHruJlp0RhGvm0XP-32" parent="1" style="rounded=1;whiteSpace=wrap;html=1;" value="结束" vertex="1">
          <mxGeometry height="40" width="75" x="-2992.5" y="785" as="geometry" />
        </mxCell>
        <mxCell id="0SS8FHruJlp0RhGvm0XP-33" edge="1" parent="1" style="endArrow=classic;html=1;rounded=0;exitX=1.043;exitY=0.504;exitDx=0;exitDy=0;exitPerimeter=0;" value="">
          <mxGeometry height="50" relative="1" width="50" as="geometry">
            <mxPoint x="-3031" y="804.71" as="sourcePoint" />
            <mxPoint x="-2994" y="804.71" as="targetPoint" />
          </mxGeometry>
        </mxCell>
        <mxCell id="0SS8FHruJlp0RhGvm0XP-34" parent="1" style="rounded=1;whiteSpace=wrap;html=1;" value="中烘焙" vertex="1">
          <mxGeometry height="50" width="110" x="-3707.5" y="855" as="geometry" />
        </mxCell>
        <mxCell id="0SS8FHruJlp0RhGvm0XP-35" parent="1" style="rounded=1;whiteSpace=wrap;html=1;fillColor=#ffe6cc;strokeColor=#d79b00;" value="按键触发" vertex="1">
          <mxGeometry height="40" width="80" x="-3557.5" y="855" as="geometry" />
        </mxCell>
        <mxCell id="0SS8FHruJlp0RhGvm0XP-36" edge="1" parent="1" source="0SS8FHruJlp0RhGvm0XP-34" style="endArrow=classic;html=1;rounded=0;exitX=1.01;exitY=0.506;exitDx=0;exitDy=0;exitPerimeter=0;entryX=0.007;entryY=0.589;entryDx=0;entryDy=0;entryPerimeter=0;" target="0SS8FHruJlp0RhGvm0XP-35" value="">
          <mxGeometry height="50" relative="1" width="50" as="geometry">
            <mxPoint x="-3537.5" y="1025" as="sourcePoint" />
            <mxPoint x="-3567.5" y="880" as="targetPoint" />
          </mxGeometry>
        </mxCell>
        <mxCell id="0SS8FHruJlp0RhGvm0XP-37" edge="1" parent="1" source="0SS8FHruJlp0RhGvm0XP-35" style="endArrow=classic;html=1;rounded=0;exitX=1.043;exitY=0.504;exitDx=0;exitDy=0;exitPerimeter=0;" value="">
          <mxGeometry height="50" relative="1" width="50" as="geometry">
            <mxPoint x="-3517.5" y="985" as="sourcePoint" />
            <mxPoint x="-3437.5" y="875" as="targetPoint" />
          </mxGeometry>
        </mxCell>
        <mxCell id="0SS8FHruJlp0RhGvm0XP-38" parent="1" style="rounded=1;whiteSpace=wrap;html=1;" value="预浸泡阶段：压力3BAR，时间7秒" vertex="1">
          <mxGeometry height="50" width="110" x="-3437.5" y="850" as="geometry" />
        </mxCell>
        <mxCell id="0SS8FHruJlp0RhGvm0XP-39" edge="1" parent="1" style="endArrow=classic;html=1;rounded=0;exitX=1.043;exitY=0.504;exitDx=0;exitDy=0;exitPerimeter=0;" value="">
          <mxGeometry height="50" relative="1" width="50" as="geometry">
            <mxPoint x="-3326" y="874.71" as="sourcePoint" />
            <mxPoint x="-3289" y="874.71" as="targetPoint" />
          </mxGeometry>
        </mxCell>
        <mxCell id="0SS8FHruJlp0RhGvm0XP-40" parent="1" style="rounded=1;whiteSpace=wrap;html=1;" value="主萃取阶段：压力9BAR，时间20秒" vertex="1">
          <mxGeometry height="50" width="110" x="-3287.5" y="850" as="geometry" />
        </mxCell>
        <mxCell id="0SS8FHruJlp0RhGvm0XP-41" edge="1" parent="1" style="endArrow=classic;html=1;rounded=0;exitX=1.043;exitY=0.504;exitDx=0;exitDy=0;exitPerimeter=0;" value="">
          <mxGeometry height="50" relative="1" width="50" as="geometry">
            <mxPoint x="-3177.5" y="874.71" as="sourcePoint" />
            <mxPoint x="-3140.5" y="874.71" as="targetPoint" />
          </mxGeometry>
        </mxCell>
        <mxCell id="0SS8FHruJlp0RhGvm0XP-42" parent="1" style="rounded=1;whiteSpace=wrap;html=1;" value="尾段降压：压力4BAR，时间5秒" vertex="1">
          <mxGeometry height="50" width="110" x="-3142.5" y="850" as="geometry" />
        </mxCell>
        <mxCell id="0SS8FHruJlp0RhGvm0XP-43" parent="1" style="rounded=1;whiteSpace=wrap;html=1;" value="结束" vertex="1">
          <mxGeometry height="40" width="75" x="-2992.5" y="855" as="geometry" />
        </mxCell>
        <mxCell id="0SS8FHruJlp0RhGvm0XP-44" edge="1" parent="1" style="endArrow=classic;html=1;rounded=0;exitX=1.043;exitY=0.504;exitDx=0;exitDy=0;exitPerimeter=0;" value="">
          <mxGeometry height="50" relative="1" width="50" as="geometry">
            <mxPoint x="-3031" y="874.71" as="sourcePoint" />
            <mxPoint x="-2994" y="874.71" as="targetPoint" />
          </mxGeometry>
        </mxCell>
        <mxCell id="0SS8FHruJlp0RhGvm0XP-45" parent="1" style="rounded=1;whiteSpace=wrap;html=1;" value="深烘焙" vertex="1">
          <mxGeometry height="50" width="110" x="-3707.5" y="925" as="geometry" />
        </mxCell>
        <mxCell id="0SS8FHruJlp0RhGvm0XP-46" parent="1" style="rounded=1;whiteSpace=wrap;html=1;fillColor=#ffe6cc;strokeColor=#d79b00;" value="按键触发" vertex="1">
          <mxGeometry height="40" width="80" x="-3557.5" y="925" as="geometry" />
        </mxCell>
        <mxCell id="0SS8FHruJlp0RhGvm0XP-47" edge="1" parent="1" source="0SS8FHruJlp0RhGvm0XP-45" style="endArrow=classic;html=1;rounded=0;exitX=1.01;exitY=0.506;exitDx=0;exitDy=0;exitPerimeter=0;entryX=0.007;entryY=0.589;entryDx=0;entryDy=0;entryPerimeter=0;" target="0SS8FHruJlp0RhGvm0XP-46" value="">
          <mxGeometry height="50" relative="1" width="50" as="geometry">
            <mxPoint x="-3537.5" y="1095" as="sourcePoint" />
            <mxPoint x="-3567.5" y="950" as="targetPoint" />
          </mxGeometry>
        </mxCell>
        <mxCell id="0SS8FHruJlp0RhGvm0XP-48" edge="1" parent="1" source="0SS8FHruJlp0RhGvm0XP-46" style="endArrow=classic;html=1;rounded=0;exitX=1.043;exitY=0.504;exitDx=0;exitDy=0;exitPerimeter=0;" value="">
          <mxGeometry height="50" relative="1" width="50" as="geometry">
            <mxPoint x="-3517.5" y="1055" as="sourcePoint" />
            <mxPoint x="-3437.5" y="945" as="targetPoint" />
          </mxGeometry>
        </mxCell>
        <mxCell id="0SS8FHruJlp0RhGvm0XP-49" parent="1" style="rounded=1;whiteSpace=wrap;html=1;" value="预浸泡阶段：压力3BAR，时间5秒" vertex="1">
          <mxGeometry height="50" width="110" x="-3437.5" y="920" as="geometry" />
        </mxCell>
        <mxCell id="0SS8FHruJlp0RhGvm0XP-50" edge="1" parent="1" style="endArrow=classic;html=1;rounded=0;exitX=1.043;exitY=0.504;exitDx=0;exitDy=0;exitPerimeter=0;" value="">
          <mxGeometry height="50" relative="1" width="50" as="geometry">
            <mxPoint x="-3326" y="944.71" as="sourcePoint" />
            <mxPoint x="-3289" y="944.71" as="targetPoint" />
          </mxGeometry>
        </mxCell>
        <mxCell id="0SS8FHruJlp0RhGvm0XP-51" parent="1" style="rounded=1;whiteSpace=wrap;html=1;" value="主萃取阶段：压力9BAR，时间18秒" vertex="1">
          <mxGeometry height="50" width="110" x="-3287.5" y="920" as="geometry" />
        </mxCell>
        <mxCell id="0SS8FHruJlp0RhGvm0XP-52" edge="1" parent="1" style="endArrow=classic;html=1;rounded=0;exitX=1.043;exitY=0.504;exitDx=0;exitDy=0;exitPerimeter=0;" value="">
          <mxGeometry height="50" relative="1" width="50" as="geometry">
            <mxPoint x="-3177.5" y="944.71" as="sourcePoint" />
            <mxPoint x="-3140.5" y="944.71" as="targetPoint" />
          </mxGeometry>
        </mxCell>
        <mxCell id="0SS8FHruJlp0RhGvm0XP-53" parent="1" style="rounded=1;whiteSpace=wrap;html=1;" value="尾段降压：压力3BAR，时间5秒" vertex="1">
          <mxGeometry height="50" width="110" x="-3142.5" y="920" as="geometry" />
        </mxCell>
        <mxCell id="0SS8FHruJlp0RhGvm0XP-54" parent="1" style="rounded=1;whiteSpace=wrap;html=1;" value="结束" vertex="1">
          <mxGeometry height="40" width="75" x="-2992.5" y="925" as="geometry" />
        </mxCell>
        <mxCell id="0SS8FHruJlp0RhGvm0XP-55" edge="1" parent="1" style="endArrow=classic;html=1;rounded=0;exitX=1.043;exitY=0.504;exitDx=0;exitDy=0;exitPerimeter=0;" value="">
          <mxGeometry height="50" relative="1" width="50" as="geometry">
            <mxPoint x="-3031" y="944.71" as="sourcePoint" />
            <mxPoint x="-2994" y="944.71" as="targetPoint" />
          </mxGeometry>
        </mxCell>
        <mxCell id="IilmvoyfG79s7OAyW8Hz-2" parent="1" style="text;html=1;whiteSpace=wrap;strokeColor=none;fillColor=none;align=center;verticalAlign=middle;rounded=0;fontSize=24;fontStyle=1;fontColor=#FF0000;" value="完成" vertex="1">
          <mxGeometry height="30" width="60" x="-3002.5" y="250" as="geometry" />
        </mxCell>
        <mxCell id="IilmvoyfG79s7OAyW8Hz-4" parent="1" style="text;html=1;whiteSpace=wrap;strokeColor=none;fillColor=none;align=center;verticalAlign=middle;rounded=0;fontSize=22;fontColor=#7F00FF;" value="总控是重量" vertex="1">
          <mxGeometry height="30" width="175" x="-3325" y="-220" as="geometry" />
        </mxCell>
        <mxCell id="DRQTxW7p1hNPi4zCKs6T-1" parent="1" style="text;html=1;whiteSpace=wrap;strokeColor=none;fillColor=none;align=left;verticalAlign=middle;rounded=0;fontColor=#7F00FF;" value="&lt;br&gt;1.使用气压传感器能够得到实际存量的水，实际根据水量减少，获得对应的电压值(红色模块)--水箱，和探针不会同时使用&lt;br&gt;2.两个探针一个是水箱一个是蒸汽锅炉&lt;br&gt;(&lt;br&gt;a.水位探针---是外接水,比如使用大桶水&lt;br&gt;b.气压传感器---水箱&lt;div&gt;&lt;br&gt;&lt;/div&gt;" vertex="1">
          <mxGeometry height="110" width="227.5" x="-2430" y="-1915" as="geometry" />
        </mxCell>
        <mxCell id="DRQTxW7p1hNPi4zCKs6T-2" parent="1" style="text;html=1;whiteSpace=wrap;strokeColor=none;fillColor=none;align=left;verticalAlign=middle;rounded=0;" value="水泵+220V水泵&lt;br&gt;a.不能同时工作&lt;br&gt;&lt;b&gt;&lt;font style=&quot;color: rgb(255, 0, 0);&quot;&gt;b.当前咖啡机只适配24V水泵&lt;/font&gt;&lt;/b&gt;" vertex="1">
          <mxGeometry height="70" width="325" x="-3055" y="-2000" as="geometry" />
        </mxCell>
        <mxCell id="DRQTxW7p1hNPi4zCKs6T-3" parent="1" style="text;html=1;whiteSpace=wrap;strokeColor=none;fillColor=none;align=left;verticalAlign=middle;rounded=0;fontStyle=1;fontColor=#7F00FF;" value="1.T1：蒸汽锅炉&lt;br&gt;2.T2咖啡锅炉&lt;br&gt;3.T3冲泡头" vertex="1">
          <mxGeometry height="60" width="130" x="-3777.5" y="-1550" as="geometry" />
        </mxCell>
        <mxCell id="DRQTxW7p1hNPi4zCKs6T-4" parent="1" style="text;html=1;whiteSpace=wrap;strokeColor=none;fillColor=none;align=center;verticalAlign=middle;rounded=0;fontColor=#7F00FF;" value="冷凝水：气泵，排放冷凝水，工作30秒" vertex="1">
          <mxGeometry height="30" width="157.5" x="-3281.25" y="-1250" as="geometry" />
        </mxCell>
        <mxCell id="DRQTxW7p1hNPi4zCKs6T-7" parent="1" style="text;html=1;whiteSpace=wrap;strokeColor=none;fillColor=none;align=left;verticalAlign=middle;rounded=0;fontColor=#7F00FF;" value="app:热水的计时&lt;br&gt;触摸屏上是手动的" vertex="1">
          <mxGeometry height="40" width="120" x="-3256.25" y="-1060" as="geometry" />
        </mxCell>
        <mxCell id="DRQTxW7p1hNPi4zCKs6T-9" parent="1" style="text;html=1;whiteSpace=wrap;strokeColor=none;fillColor=none;align=center;verticalAlign=middle;rounded=0;fontColor=#7F00FF;" value="冷热水是有独立的管子输出" vertex="1">
          <mxGeometry height="30" width="60" x="-3136.25" y="-820" as="geometry" />
        </mxCell>
        <mxCell id="DRQTxW7p1hNPi4zCKs6T-16" parent="1" style="text;html=1;whiteSpace=wrap;strokeColor=none;fillColor=none;align=left;verticalAlign=middle;rounded=0;fontColor=#7F00FF;fontStyle=1" value="&lt;strike&gt;只要拨杆变动，就弹出手动萃取功能，保存-液晶显示屏&lt;/strike&gt;，安卓app上只显示曲线" vertex="1">
          <mxGeometry height="30" width="240" x="-2420" y="-1660" as="geometry" />
        </mxCell>
-         <mxCell id="DRQTxW7p1hNPi4zCKs6T-17" parent="1" style="text;html=1;whiteSpace=wrap;strokeColor=none;fillColor=none;align=left;verticalAlign=middle;rounded=0;fontStyle=1;fontColor=#7F00FF;" value="只要做咖啡的过程的过程中，进水电磁阀无论如何都是关闭的，直到咖啡做完结束，时间保存到下一次咖啡开始" vertex="1">
+         <mxCell id="DRQTxW7p1hNPi4zCKs6T-17" parent="1" style="text;html=1;whiteSpace=wrap;strokeColor=none;fillColor=none;align=left;verticalAlign=middle;rounded=0;fontStyle=1;fontColor=#7F00FF;" value="1.只要做咖啡的过程的过程中，进水电磁阀无论如何都是关闭的，直到咖啡做完结束，时间保存到下一次咖啡开始&lt;br&gt;&lt;strike&gt;2.开关机流程(触摸屏，控制板，mqtt代码写完，代验证&lt;/strike&gt;)" vertex="1">
          <mxGeometry height="60" width="280" x="-2417.5" y="-1620" as="geometry" />
        </mxCell>
        <mxCell id="DRQTxW7p1hNPi4zCKs6T-18" parent="1" style="text;html=1;whiteSpace=wrap;strokeColor=none;fillColor=none;align=center;verticalAlign=middle;rounded=0;fontColor=#FF0000;" value="萃取时间，三位数，只显示描述，字体调大，强调明显" vertex="1">
          <mxGeometry height="30" width="290" x="-2420" y="-1530" as="geometry" />
        </mxCell>
        <mxCell id="DRQTxW7p1hNPi4zCKs6T-19" parent="1" style="text;html=1;whiteSpace=wrap;strokeColor=none;fillColor=none;align=left;verticalAlign=middle;rounded=0;fontColor=#FF0000;fontStyle=1" value="1.蒸汽锅炉温度和咖啡锅炉的温度都按照0.1度的温控进行控制&lt;br&gt;&amp;nbsp; &amp;nbsp; &amp;nbsp; &amp;nbsp; &amp;nbsp; &amp;nbsp; &amp;nbsp;蒸汽锅炉的范围：110-140&lt;br&gt;&amp;nbsp; &amp;nbsp; &amp;nbsp; &amp;nbsp; &amp;nbsp; &amp;nbsp; &amp;nbsp;咖啡锅炉1-98度&lt;br&gt;&lt;div&gt;&lt;strike&gt;2.液晶屏咖啡主控制页面---两个锅炉的温度&lt;/strike&gt;&lt;br&gt;&lt;div style=&quot;&quot;&gt;&lt;span style=&quot;background-color: transparent; color: light-dark(rgb(255, 0, 0), rgb(255, 144, 144));&quot;&gt;3.温度，可以根据电阻值的大小判断好坏&lt;br&gt;4.压力传感器，好坏的判断(咨询厂家)&lt;br&gt;在IPDA上的维修测试进行弹窗提醒&lt;br&gt;5.液晶屏的添加氛围灯，添加灯珠&lt;br&gt;&amp;nbsp; &amp;nbsp;咖啡锅炉：a.30度白色，60度蓝色。88度后都是红色&lt;br&gt;&amp;nbsp; &amp;nbsp;做咖啡：跑马灯&lt;br&gt;6.增加泡茶模式，开始---》停顿---开始》---》开始，单独用一个模式记录&lt;br&gt;7.水位探针--蒸汽锅炉--检测水位需要做延迟(大概0.5秒的延迟。前后各测试一次，数值一样就有效)。因为沸腾的水接触水会进行误判&lt;br&gt;&lt;br&gt;&lt;br&gt;&lt;/span&gt;&lt;/div&gt;&lt;/div&gt;" vertex="1">
          <mxGeometry height="220" width="345" x="-2417.5" y="-1490" as="geometry" />
        </mxCell>
        <mxCell id="DRQTxW7p1hNPi4zCKs6T-20" parent="1" style="text;html=1;whiteSpace=wrap;strokeColor=none;fillColor=none;align=center;verticalAlign=middle;rounded=0;fontColor=#FF0000;fontSize=20;" value="只有正向清洗" vertex="1">
          <mxGeometry height="30" width="142.5" x="-3455" y="1090" as="geometry" />
        </mxCell>
        <mxCell id="DRQTxW7p1hNPi4zCKs6T-23" parent="1" style="text;html=1;whiteSpace=wrap;strokeColor=none;fillColor=none;align=center;verticalAlign=middle;rounded=0;fontStyle=1;fontColor=#FF0000;" value="缺少关机按键" vertex="1">
          <mxGeometry height="30" width="80" x="-3752.5" y="1490" as="geometry" />
        </mxCell>
        <mxCell id="DRQTxW7p1hNPi4zCKs6T-24" parent="1" style="rounded=1;whiteSpace=wrap;html=1;fillColor=#ffe6cc;strokeColor=#d79b00;" value="" vertex="1">
          <mxGeometry height="140" width="302.5" x="-3415" y="1520" as="geometry" />
        </mxCell>
        <mxCell id="DRQTxW7p1hNPi4zCKs6T-27" edge="1" parent="1" source="_P9jYmqXWWuWMUU2pL9c-157" style="edgeStyle=orthogonalEdgeStyle;rounded=0;orthogonalLoop=1;jettySize=auto;html=1;" target="DRQTxW7p1hNPi4zCKs6T-25" value="">
          <mxGeometry relative="1" as="geometry" />
        </mxCell>
        <mxCell id="_P9jYmqXWWuWMUU2pL9c-157" parent="1" style="rounded=1;whiteSpace=wrap;html=1;" value="关机按键" vertex="1">
          <mxGeometry height="40" width="55" x="-3395" y="1590" as="geometry" />
        </mxCell>
        <mxCell id="DRQTxW7p1hNPi4zCKs6T-28" edge="1" parent="1" source="DRQTxW7p1hNPi4zCKs6T-25" style="edgeStyle=orthogonalEdgeStyle;rounded=0;orthogonalLoop=1;jettySize=auto;html=1;" target="DRQTxW7p1hNPi4zCKs6T-26" value="">
          <mxGeometry relative="1" as="geometry" />
        </mxCell>
        <mxCell id="DRQTxW7p1hNPi4zCKs6T-25" parent="1" style="rounded=1;whiteSpace=wrap;html=1;" value="高压部分全关掉" vertex="1">
          <mxGeometry height="40" width="100" x="-3312.5" y="1590" as="geometry" />
        </mxCell>
        <mxCell id="DRQTxW7p1hNPi4zCKs6T-26" parent="1" style="rounded=1;whiteSpace=wrap;html=1;" value="LCD" vertex="1">
          <mxGeometry height="40" width="60" x="-3192.5" y="1590" as="geometry" />
        </mxCell>
        <mxCell id="DRQTxW7p1hNPi4zCKs6T-30" parent="1" style="rounded=1;whiteSpace=wrap;html=1;fontColor=#7F00FF;" value="蒸汽阀关闭后，开启气泵工作30秒，如果这个阶段蒸汽阀再开启，蒸汽阀优先" vertex="1">
          <mxGeometry height="60" width="140" x="-2956.25" y="-1200" as="geometry" />
        </mxCell>
        <mxCell id="DRQTxW7p1hNPi4zCKs6T-32" edge="1" parent="1" source="DRQTxW7p1hNPi4zCKs6T-31" style="edgeStyle=orthogonalEdgeStyle;rounded=0;orthogonalLoop=1;jettySize=auto;html=1;exitX=1;exitY=0.5;exitDx=0;exitDy=0;entryX=0;entryY=0.5;entryDx=0;entryDy=0;" target="_P9jYmqXWWuWMUU2pL9c-117">
          <mxGeometry relative="1" as="geometry" />
        </mxCell>
        <mxCell id="DRQTxW7p1hNPi4zCKs6T-31" parent="1" style="rounded=1;whiteSpace=wrap;html=1;" value="开启蒸汽阀" vertex="1">
          <mxGeometry height="40" width="73.75" x="-3275.62" y="-1190" as="geometry" />
        </mxCell>
        <mxCell id="DRQTxW7p1hNPi4zCKs6T-34" parent="1" style="text;html=1;whiteSpace=wrap;strokeColor=none;fillColor=none;align=left;verticalAlign=middle;rounded=0;fontColor=#7F00FF;" value="app:热水的计时&lt;br&gt;&lt;strike&gt;触摸屏上是手动的&lt;/strike&gt;" vertex="1">
          <mxGeometry height="40" width="120" x="-2420" y="-1740" as="geometry" />
        </mxCell>
      </root>
    </mxGraphModel>
  </diagram>
</mxfile>
